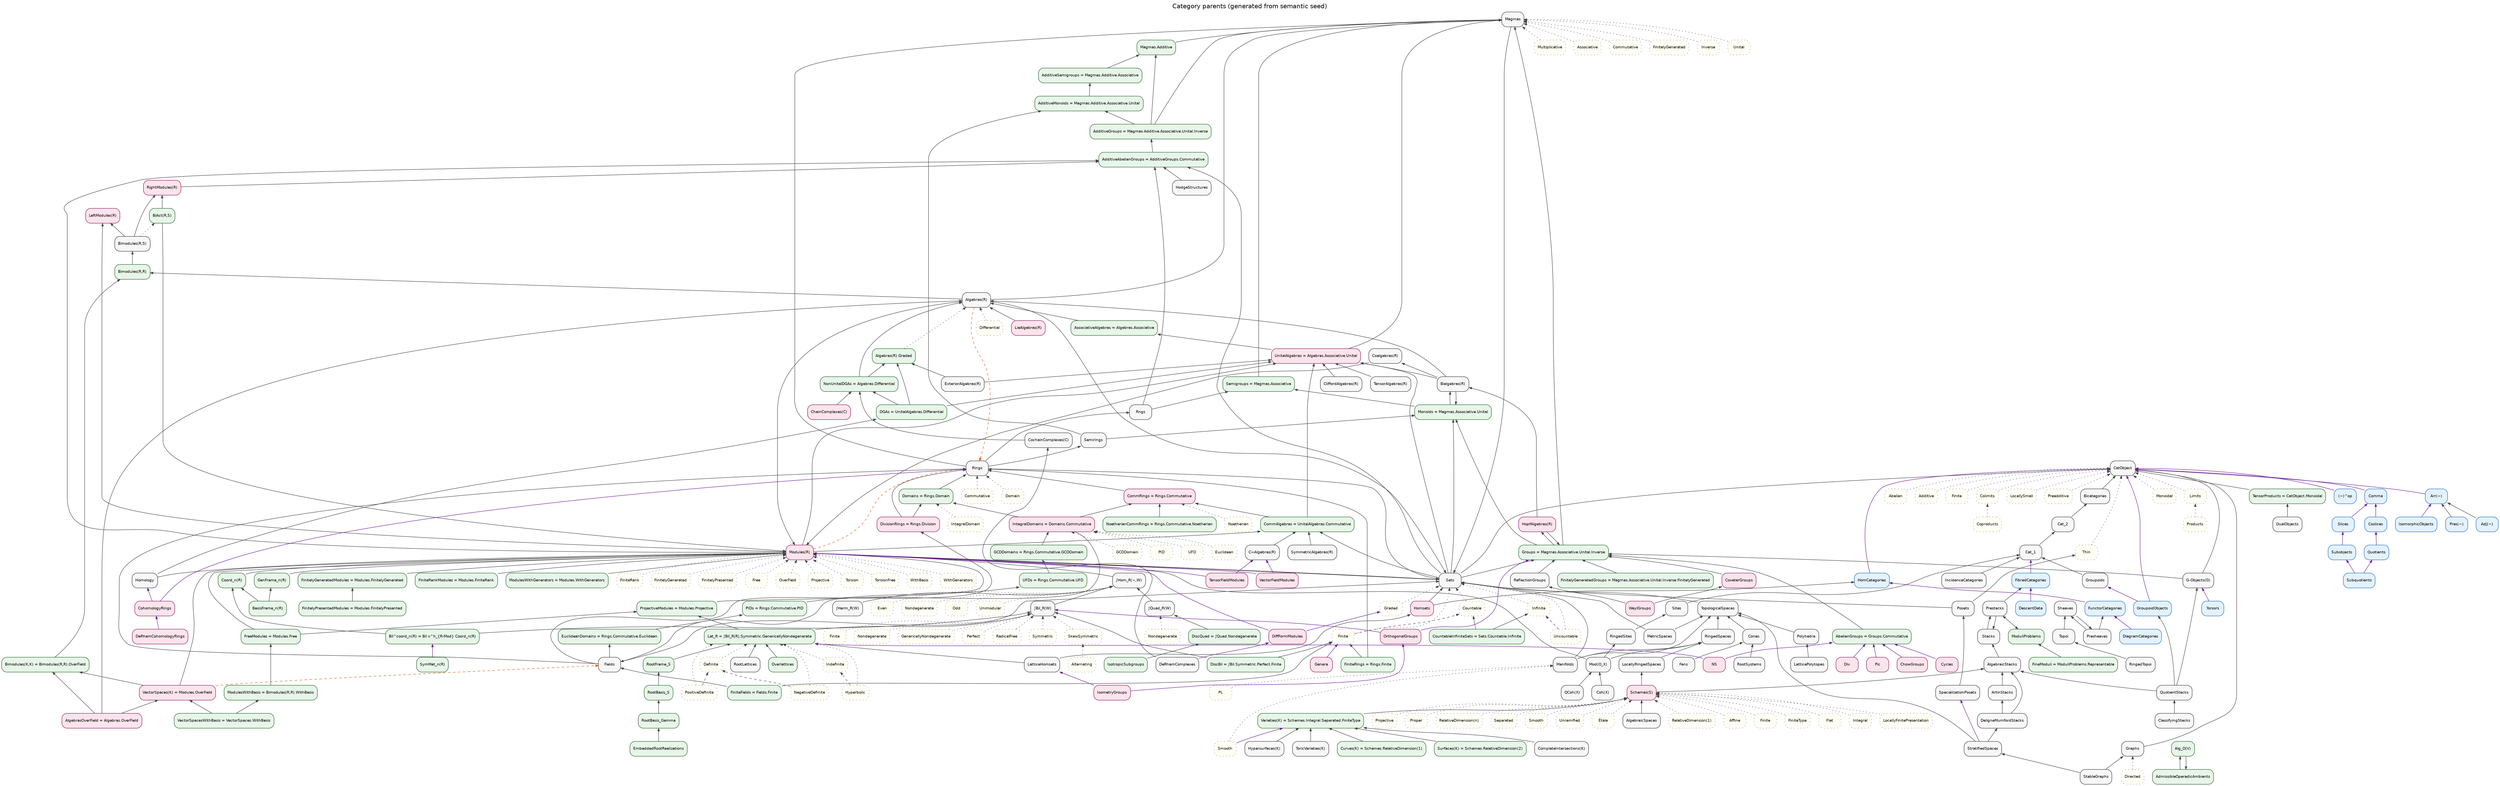
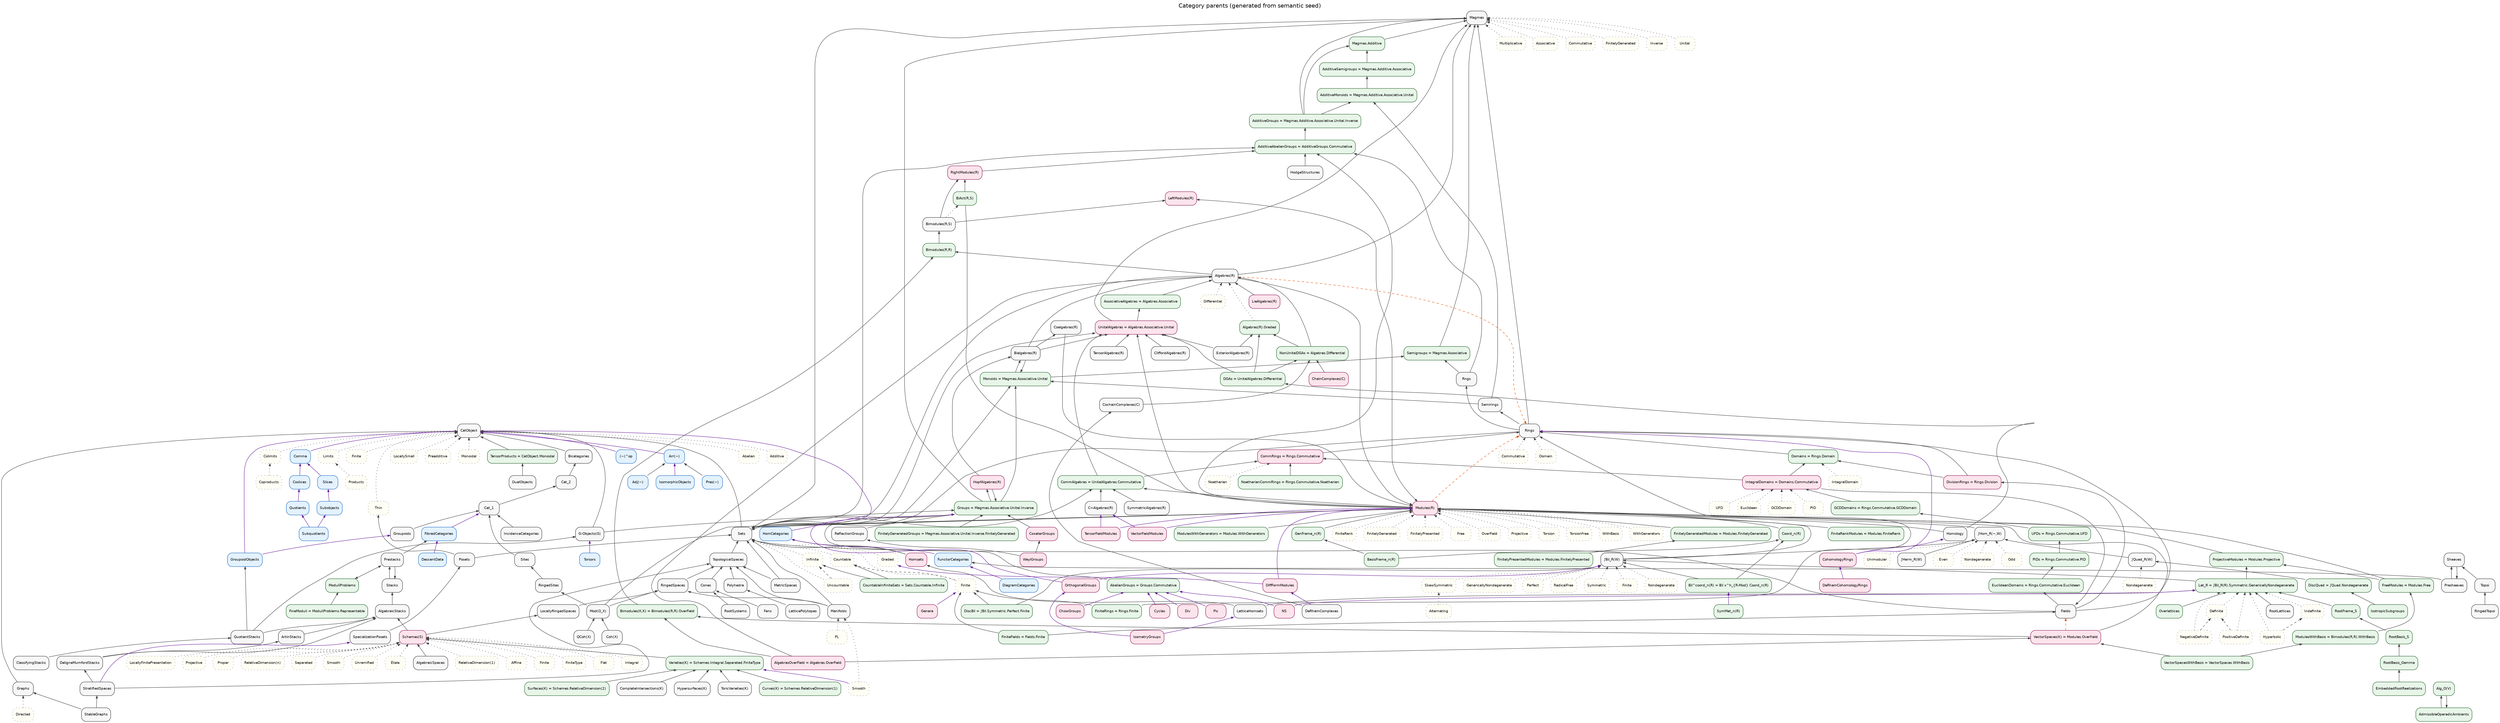
// GENERATED from semantic_seed/ — semantic presentation view.
// Authoritative: design/normalized_category_graph/semantic_seed/
// Factory/viz layout: category_parent_graph.dot (hand; see .hand.dot)

digraph CategoryParents {
  graph [
    rankdir=BT
    labelloc=t
    label="Category parents (generated from semantic seed)"
    fontsize=15
    fontname="Helvetica"
    nodesep=0.28
    ranksep=0.45
    splines=true
  ];
  node [
    shape=box
    style="rounded,filled"
    fontname="Helvetica"
    fontsize=9
    fillcolor="#f7f7f7"
    color="#333333"
  ];
  edge [color="#444444", arrowsize=0.65];

  // --- category_family ---
  AlgebraicSpaces [style="rounded,filled", fillcolor="#f7f7f7", color="#333333", id="cat.algebraicspaces", kind="category_family"];
  AlgebraicStacks [style="rounded,filled", fillcolor="#f7f7f7", color="#333333", id="cat.algebraicstacks", kind="category_family"];
  "Algebras(R)" [style="rounded,filled", fillcolor="#f7f7f7", color="#333333", id="cat.algebras_r", kind="category_family"];
  ArtinStacks [style="rounded,filled", fillcolor="#f7f7f7", color="#333333", id="cat.artinstacks", kind="category_family"];
  "Bialgebras(R)" [style="rounded,filled", fillcolor="#f7f7f7", color="#333333", id="cat.bialgebras_r", kind="category_family"];
  Bicategories [style="rounded,filled", fillcolor="#f7f7f7", color="#333333", id="cat.bicategories", kind="category_family"];
  "Bimodules(R,S)" [style="rounded,filled", fillcolor="#f7f7f7", color="#333333", id="cat.bimodules_r_s", kind="category_family"];
  CatObject [style="rounded,filled", fillcolor="#f7f7f7", color="#333333", id="cat.cat_object", kind="category_family"];
  Cat_1 [style="rounded,filled", fillcolor="#f7f7f7", color="#333333", id="cat.cat_1", kind="category_family"];
  Cat_2 [style="rounded,filled", fillcolor="#f7f7f7", color="#333333", id="cat.cat_2", kind="category_family"];
  "ChainComplexes(C)" [style="rounded,filled", fillcolor="#f7f7f7", color="#333333", id="cat.chaincomplexes", kind="category_family"];
  ClassifyingStacks [style="rounded,filled", fillcolor="#f7f7f7", color="#333333", id="cat.classifyingstacks", kind="category_family"];
  "CliffordAlgebras(R)" [style="rounded,filled", fillcolor="#f7f7f7", color="#333333", id="cat.cliffordalgebras", kind="category_family"];
  "Coalgebras(R)" [style="rounded,filled", fillcolor="#f7f7f7", color="#333333", id="cat.coalgebras_r", kind="category_family"];
  "CochainComplexes(C)" [style="rounded,filled", fillcolor="#f7f7f7", color="#333333", id="cat.cochaincomplexes", kind="category_family"];
  "Coh(X)" [style="rounded,filled", fillcolor="#f7f7f7", color="#333333", id="cat.coh", kind="category_family"];
  "CompleteIntersections(K)" [style="rounded,filled", fillcolor="#f7f7f7", color="#333333", id="cat.completeintersections", kind="category_family"];
  Cones [style="rounded,filled", fillcolor="#f7f7f7", color="#333333", id="cat.cones", kind="category_family"];
  CoxeterGroups [style="rounded,filled", fillcolor="#f7f7f7", color="#333333", id="cat.coxeter_groups", kind="category_family"];
  "C∞Algebras(R)" [style="rounded,filled", fillcolor="#f7f7f7", color="#333333", id="cat.cinftyalgebras", kind="category_family"];
  DeRhamComplexes [style="rounded,filled", fillcolor="#f7f7f7", color="#333333", id="cat.derhamcomplexes", kind="category_family"];
  DeligneMumfordStacks [style="rounded,filled", fillcolor="#f7f7f7", color="#333333", id="cat.delignemumfordstacks", kind="category_family"];
  DualObjects [style="rounded,filled", fillcolor="#f7f7f7", color="#333333", id="cat.dualobjects", kind="category_family"];
  "ExteriorAlgebras(R)" [style="rounded,filled", fillcolor="#f7f7f7", color="#333333", id="cat.exterioralgebras", kind="category_family"];
  Fans [style="rounded,filled", fillcolor="#f7f7f7", color="#333333", id="cat.fans", kind="category_family"];
  Fields [style="rounded,filled", fillcolor="#f7f7f7", color="#333333", id="cat.fields", kind="category_family"];
  "G-Objects(G)" [style="rounded,filled", fillcolor="#f7f7f7", color="#333333", id="cat.g_objects", kind="category_family"];
  Graphs [style="rounded,filled", fillcolor="#f7f7f7", color="#333333", id="cat.graphs", kind="category_family"];
  Groupoids [style="rounded,filled", fillcolor="#f7f7f7", color="#333333", id="cat.groupoids", kind="category_family"];
  HodgeStructures [style="rounded,filled", fillcolor="#f7f7f7", color="#333333", id="cat.hodgestructures", kind="category_family"];
  Homology [style="rounded,filled", fillcolor="#f7f7f7", color="#333333", id="cat.homology", kind="category_family"];
  Homsets [style="rounded,filled", fillcolor="#f7f7f7", color="#333333", id="cat.homsets", kind="category_family"];
  "HopfAlgebras(R)" [style="rounded,filled", fillcolor="#f7f7f7", color="#333333", id="cat.hopf_algebras_r", kind="category_family"];
  "Hypersurfaces(K)" [style="rounded,filled", fillcolor="#f7f7f7", color="#333333", id="cat.hypersurfaces", kind="category_family"];
  IncidenceCategories [style="rounded,filled", fillcolor="#f7f7f7", color="#333333", id="cat.incidencecategories", kind="category_family"];
  LatticeHomsets [style="rounded,filled", fillcolor="#f7f7f7", color="#333333", id="cat.latticehomsets", kind="category_family"];
  LatticePolytopes [style="rounded,filled", fillcolor="#f7f7f7", color="#333333", id="cat.latticepolytopes", kind="category_family"];
  "LieAlgebras(R)" [style="rounded,filled", fillcolor="#f7f7f7", color="#333333", id="cat.lie_algebras_r", kind="category_family"];
  LocallyRingedSpaces [style="rounded,filled", fillcolor="#f7f7f7", color="#333333", id="cat.locallyringedspaces", kind="category_family"];
  Magmas [style="rounded,filled", fillcolor="#f7f7f7", color="#333333", id="cat.magmas", kind="category_family"];
  Manifolds [style="rounded,filled", fillcolor="#f7f7f7", color="#333333", id="cat.manifolds", kind="category_family"];
  MetricSpaces [style="rounded,filled", fillcolor="#f7f7f7", color="#333333", id="cat.metricspaces", kind="category_family"];
  "Mod(O_X)" [style="rounded,filled", fillcolor="#f7f7f7", color="#333333", id="cat.mod", kind="category_family"];
  "Modules(R)" [style="rounded,filled", fillcolor="#f7f7f7", color="#333333", id="cat.modules_r", kind="category_family"];
  Polyhedra [style="rounded,filled", fillcolor="#f7f7f7", color="#333333", id="cat.polyhedra", kind="category_family"];
  Posets [style="rounded,filled", fillcolor="#f7f7f7", color="#333333", id="cat.posets", kind="category_family"];
  Presheaves [style="rounded,filled", fillcolor="#f7f7f7", color="#333333", id="cat.presheaves", kind="category_family"];
  Prestacks [style="rounded,filled", fillcolor="#f7f7f7", color="#333333", id="cat.prestacks", kind="category_family"];
  "QCoh(X)" [style="rounded,filled", fillcolor="#f7f7f7", color="#333333", id="cat.qcoh", kind="category_family"];
  QuotientStacks [style="rounded,filled", fillcolor="#f7f7f7", color="#333333", id="cat.quotientstacks", kind="category_family"];
  ReflectionGroups [style="rounded,filled", fillcolor="#f7f7f7", color="#333333", id="cat.reflectiongroups", kind="category_family"];
  RingedSites [style="rounded,filled", fillcolor="#f7f7f7", color="#333333", id="cat.ringedsites", kind="category_family"];
  RingedSpaces [style="rounded,filled", fillcolor="#f7f7f7", color="#333333", id="cat.ringedspaces", kind="category_family"];
  RingedTopoi [style="rounded,filled", fillcolor="#f7f7f7", color="#333333", id="cat.ringedtopoi", kind="category_family"];
  Rings [style="rounded,filled", fillcolor="#f7f7f7", color="#333333", id="cat.rings", kind="category_family"];
  Rngs [style="rounded,filled", fillcolor="#f7f7f7", color="#333333", id="cat.rngs", kind="category_family"];
  RootLattices [style="rounded,filled", fillcolor="#f7f7f7", color="#333333", id="cat.rootlattices", kind="category_family"];
  RootSystems [style="rounded,filled", fillcolor="#f7f7f7", color="#333333", id="cat.rootsystems", kind="category_family"];
  "Schemes(S)" [style="rounded,filled", fillcolor="#f7f7f7", color="#333333", id="cat.schemes_s", kind="category_family"];
  Semirings [style="rounded,filled", fillcolor="#f7f7f7", color="#333333", id="cat.semirings", kind="category_family"];
  Sets [style="rounded,filled", fillcolor="#f7f7f7", color="#333333", id="cat.sets", kind="category_family"];
  Sheaves [style="rounded,filled", fillcolor="#f7f7f7", color="#333333", id="cat.sheaves", kind="category_family"];
  Sites [style="rounded,filled", fillcolor="#f7f7f7", color="#333333", id="cat.sites", kind="category_family"];
  SpecializationPosets [style="rounded,filled", fillcolor="#f7f7f7", color="#333333", id="cat.specializationposets", kind="category_family"];
  StableGraphs [style="rounded,filled", fillcolor="#f7f7f7", color="#333333", id="cat.stablegraphs", kind="category_family"];
  Stacks [style="rounded,filled", fillcolor="#f7f7f7", color="#333333", id="cat.stacks", kind="category_family"];
  StratifiedSpaces [style="rounded,filled", fillcolor="#f7f7f7", color="#333333", id="cat.stratifiedspaces", kind="category_family"];
  "SymmetricAlgebras(R)" [style="rounded,filled", fillcolor="#f7f7f7", color="#333333", id="cat.symmetricalgebras", kind="category_family"];
  "TensorAlgebras(R)" [style="rounded,filled", fillcolor="#f7f7f7", color="#333333", id="cat.tensoralgebras", kind="category_family"];
  Topoi [style="rounded,filled", fillcolor="#f7f7f7", color="#333333", id="cat.topoi", kind="category_family"];
  TopologicalSpaces [style="rounded,filled", fillcolor="#f7f7f7", color="#333333", id="cat.topologicalspaces", kind="category_family"];
  "ToricVarieties(K)" [style="rounded,filled", fillcolor="#f7f7f7", color="#333333", id="cat.toricvarieties", kind="category_family"];
  WeylGroups [style="rounded,filled", fillcolor="#f7f7f7", color="#333333", id="cat.weyl_groups", kind="category_family"];
  "∫Bil_R(W)" [style="rounded,filled", fillcolor="#f7f7f7", color="#333333", id="cat.int_bil_r", kind="category_family"];
  "∫Herm_R(W)" [style="rounded,filled", fillcolor="#f7f7f7", color="#333333", id="cat.int_herm_r", kind="category_family"];
  "∫Hom_R(−,W)" [style="rounded,filled", fillcolor="#f7f7f7", color="#333333", id="cat.int_hom_r", kind="category_family"];
  "∫Quad_R(W)" [style="rounded,filled", fillcolor="#f7f7f7", color="#333333", id="cat.int_quad_r", kind="category_family"];

  // --- derived_category ---
  "AbelianGroups = Groups.Commutative" [style="rounded,filled", fillcolor="#e8f5e9", color="#1b5e20", id="cat.abelian_groups", kind="derived_category"];
  "AdditiveAbelianGroups = AdditiveGroups.Commutative" [style="rounded,filled", fillcolor="#e8f5e9", color="#1b5e20", id="cat.additive_abelian_groups", kind="derived_category"];
  "AdditiveGroups = Magmas.Additive.Associative.Unital.Inverse" [style="rounded,filled", fillcolor="#e8f5e9", color="#1b5e20", id="cat.additive_groups", kind="derived_category"];
  "AdditiveMonoids = Magmas.Additive.Associative.Unital" [style="rounded,filled", fillcolor="#e8f5e9", color="#1b5e20", id="cat.additive_monoids", kind="derived_category"];
  "AdditiveSemigroups = Magmas.Additive.Associative" [style="rounded,filled", fillcolor="#e8f5e9", color="#1b5e20", id="cat.additive_semigroups", kind="derived_category"];
  AdmissibleOperadicAmbients [style="rounded,filled", fillcolor="#e8f5e9", color="#1b5e20", id="cat.admissible_operadic_ambient", kind="derived_category"];
  "Alg_O(V)" [style="rounded,filled", fillcolor="#e8f5e9", color="#1b5e20", id="cat.alg_o_v", kind="derived_category"];
  "Algebras(R).Graded" [style="rounded,filled", fillcolor="#e8f5e9", color="#1b5e20", id="cat.algebras_r.graded", kind="derived_category"];
  "AlgebrasOverField = Algebras.OverField" [style="rounded,filled", fillcolor="#e8f5e9", color="#1b5e20", id="cat.algebras_over_field", kind="derived_category"];
  "AssociativeAlgebras = Algebras.Associative" [style="rounded,filled", fillcolor="#e8f5e9", color="#1b5e20", id="cat.associativealgebras", kind="derived_category"];
  "BasisFrame_n(R)" [style="rounded,filled", fillcolor="#e8f5e9", color="#1b5e20", id="cat.basisframe_n_r", kind="derived_category"];
  "BiAct(R,S)" [style="rounded,filled", fillcolor="#e8f5e9", color="#1b5e20", id="cat.biact_r_s", kind="derived_category"];
  "Bil^coord_n(R) = Bil x^h_{R-Mod} Coord_n(R)" [style="rounded,filled", fillcolor="#e8f5e9", color="#1b5e20", id="cat.bil_coord_n_r", kind="derived_category"];
  "Bimodules(K,K) = Bimodules(R,R).OverField" [style="rounded,filled", fillcolor="#e8f5e9", color="#1b5e20", id="cat.bimodules_k_k", kind="derived_category"];
  "Bimodules(R,R)" [style="rounded,filled", fillcolor="#e8f5e9", color="#1b5e20", id="cat.bimodules_r_r", kind="derived_category"];
  "CommAlgebras = UnitalAlgebras.Commutative" [style="rounded,filled", fillcolor="#e8f5e9", color="#1b5e20", id="cat.commutative_algebras", kind="derived_category"];
  "CommRings = Rings.Commutative" [style="rounded,filled", fillcolor="#e8f5e9", color="#1b5e20", id="cat.commutative_rings", kind="derived_category"];
  "Coord_n(R)" [style="rounded,filled", fillcolor="#e8f5e9", color="#1b5e20", id="cat.coord_n_r", kind="derived_category"];
  "CountableInfiniteSets = Sets.Countable.Infinite" [style="rounded,filled", fillcolor="#e8f5e9", color="#1b5e20", id="cat.countableinfinitesets", kind="derived_category"];
  "Curves(K) = Schemes.RelativeDimension(1)" [style="rounded,filled", fillcolor="#e8f5e9", color="#1b5e20", id="cat.curves", kind="derived_category"];
  "DGAs = UnitalAlgebras.Differential" [style="rounded,filled", fillcolor="#e8f5e9", color="#1b5e20", id="cat.dgas", kind="derived_category"];
  "DiscBil = ∫Bil.Symmetric.Perfect.Finite" [style="rounded,filled", fillcolor="#e8f5e9", color="#1b5e20", id="cat.discbil", kind="derived_category"];
  "DiscQuad = ∫Quad.Nondegenerate" [style="rounded,filled", fillcolor="#e8f5e9", color="#1b5e20", id="cat.discquad", kind="derived_category"];
  "DivisionRings = Rings.Division" [style="rounded,filled", fillcolor="#e8f5e9", color="#1b5e20", id="cat.division_rings", kind="derived_category"];
  "Domains = Rings.Domain" [style="rounded,filled", fillcolor="#e8f5e9", color="#1b5e20", id="cat.domains", kind="derived_category"];
  EmbeddedRootRealizations [style="rounded,filled", fillcolor="#e8f5e9", color="#1b5e20", id="cat.embeddedrootrealization", kind="derived_category"];
  "EuclideanDomains = Rings.Commutative.Euclidean" [style="rounded,filled", fillcolor="#e8f5e9", color="#1b5e20", id="cat.euclidean_domains", kind="derived_category"];
  "FineModuli = ModuliProblems.Representable" [style="rounded,filled", fillcolor="#e8f5e9", color="#1b5e20", id="cat.fine_moduli", kind="derived_category"];
  "FiniteFields = Fields.Finite" [style="rounded,filled", fillcolor="#e8f5e9", color="#1b5e20", id="cat.finite_fields", kind="derived_category"];
  "FiniteRankModules = Modules.FiniteRank" [style="rounded,filled", fillcolor="#e8f5e9", color="#1b5e20", id="cat.finiterankmodules", kind="derived_category"];
  "FiniteRings = Rings.Finite" [style="rounded,filled", fillcolor="#e8f5e9", color="#1b5e20", id="cat.finite_rings", kind="derived_category"];
  "FinitelyGeneratedGroups = Magmas.Associative.Unital.Inverse.FinitelyGenerated" [style="rounded,filled", fillcolor="#e8f5e9", color="#1b5e20", id="cat.finitelygeneratedgroups", kind="derived_category"];
  "FinitelyGeneratedModules = Modules.FinitelyGenerated" [style="rounded,filled", fillcolor="#e8f5e9", color="#1b5e20", id="cat.finitelygeneratedmodules", kind="derived_category"];
  "FinitelyPresentedModules = Modules.FinitelyPresented" [style="rounded,filled", fillcolor="#e8f5e9", color="#1b5e20", id="cat.finitelypresentedmodules", kind="derived_category"];
  "FreeModules = Modules.Free" [style="rounded,filled", fillcolor="#e8f5e9", color="#1b5e20", id="cat.freemodules", kind="derived_category"];
  "GCDDomains = Rings.Commutative.GCDDomain" [style="rounded,filled", fillcolor="#e8f5e9", color="#1b5e20", id="cat.gcd_domains", kind="derived_category"];
  "GenFrame_n(R)" [style="rounded,filled", fillcolor="#e8f5e9", color="#1b5e20", id="cat.genframe_n_r", kind="derived_category"];
  "Groups = Magmas.Associative.Unital.Inverse" [style="rounded,filled", fillcolor="#e8f5e9", color="#1b5e20", id="cat.groups", kind="derived_category"];
  "IntegralDomains = Domains.Commutative" [style="rounded,filled", fillcolor="#e8f5e9", color="#1b5e20", id="cat.integral_domains", kind="derived_category"];
  IsotropicSubgroups [style="rounded,filled", fillcolor="#e8f5e9", color="#1b5e20", id="cat.isotropic_subgroups", kind="derived_category"];
  "Lat_R = ∫Bil_R(R).Symmetric.GenericallyNondegenerate" [style="rounded,filled", fillcolor="#e8f5e9", color="#1b5e20", id="cat.lat_r", kind="derived_category"];
  "Magmas.Additive" [style="rounded,filled", fillcolor="#e8f5e9", color="#1b5e20", id="cat.additive_magmas", kind="derived_category"];
  "ModulesWithBasis = Bimodules(R,R).WithBasis" [style="rounded,filled", fillcolor="#e8f5e9", color="#1b5e20", id="cat.modules_with_basis", kind="derived_category"];
  "ModulesWithGenerators = Modules.WithGenerators" [style="rounded,filled", fillcolor="#e8f5e9", color="#1b5e20", id="cat.moduleswithgenerators", kind="derived_category"];
  ModuliProblems [style="rounded,filled", fillcolor="#e8f5e9", color="#1b5e20", id="cat.moduli_problems", kind="derived_category"];
  "Monoids = Magmas.Associative.Unital" [style="rounded,filled", fillcolor="#e8f5e9", color="#1b5e20", id="cat.monoids", kind="derived_category"];
  "NoetherianCommRings = Rings.Commutative.Noetherian" [style="rounded,filled", fillcolor="#e8f5e9", color="#1b5e20", id="cat.noetheriancommrings", kind="derived_category"];
  "NonUnitalDGAs = Algebras.Differential" [style="rounded,filled", fillcolor="#e8f5e9", color="#1b5e20", id="cat.nonunitaldgas", kind="derived_category"];
  Overlattices [style="rounded,filled", fillcolor="#e8f5e9", color="#1b5e20", id="cat.overlattices_l", kind="derived_category"];
  "PIDs = Rings.Commutative.PID" [style="rounded,filled", fillcolor="#e8f5e9", color="#1b5e20", id="cat.pids", kind="derived_category"];
  "ProjectiveModules = Modules.Projective" [style="rounded,filled", fillcolor="#e8f5e9", color="#1b5e20", id="cat.projectivemodules", kind="derived_category"];
  "RightModules(R)" [style="rounded,filled", fillcolor="#e8f5e9", color="#1b5e20", id="cat.right_modules_r", kind="derived_category"];
  RootBasis_Gamma [style="rounded,filled", fillcolor="#e8f5e9", color="#1b5e20", id="cat.rootbasis_gamma", kind="derived_category"];
  RootBasis_S [style="rounded,filled", fillcolor="#e8f5e9", color="#1b5e20", id="cat.rootbasis_s", kind="derived_category"];
  RootFrame_S [style="rounded,filled", fillcolor="#e8f5e9", color="#1b5e20", id="cat.rootframe_s", kind="derived_category"];
  "Semigroups = Magmas.Associative" [style="rounded,filled", fillcolor="#e8f5e9", color="#1b5e20", id="cat.semigroups", kind="derived_category"];
  "Surfaces(K) = Schemes.RelativeDimension(2)" [style="rounded,filled", fillcolor="#e8f5e9", color="#1b5e20", id="cat.surfaces", kind="derived_category"];
  "SymMat_n(R)" [style="rounded,filled", fillcolor="#e8f5e9", color="#1b5e20", id="cat.symmat_n_r", kind="derived_category"];
  "TensorProducts = CatObject.Monoidal" [style="rounded,filled", fillcolor="#e8f5e9", color="#1b5e20", id="cat.tensorproducts", kind="derived_category"];
  "UFDs = Rings.Commutative.UFD" [style="rounded,filled", fillcolor="#e8f5e9", color="#1b5e20", id="cat.ufds", kind="derived_category"];
  "UnitalAlgebras = Algebras.Associative.Unital" [style="rounded,filled", fillcolor="#e8f5e9", color="#1b5e20", id="cat.unital_algebras", kind="derived_category"];
  "Varieties(K) = Schemes.Integral.Separated.FiniteType" [style="rounded,filled", fillcolor="#e8f5e9", color="#1b5e20", id="cat.varieties", kind="derived_category"];
  "VectorSpaces(K) = Modules.OverField" [style="rounded,filled", fillcolor="#e8f5e9", color="#1b5e20", id="cat.vector_spaces_k", kind="derived_category"];
  "VectorSpacesWithBasis = VectorSpaces.WithBasis" [style="rounded,filled", fillcolor="#e8f5e9", color="#1b5e20", id="cat.vectorspaceswithbasis", kind="derived_category"];

  // --- category_constructor ---
  "(−)^op" [style="rounded,filled", fillcolor="#e3f2fd", color="#1565c0", id="ctor.op", kind="category_constructor"];
  "Adj(−)" [style="rounded,filled", fillcolor="#e3f2fd", color="#1565c0", id="ctor.adj", kind="category_constructor"];
  "Arr(−)" [style="rounded,filled", fillcolor="#e3f2fd", color="#1565c0", id="ctor.arr", kind="category_constructor"];
  Comma [style="rounded,filled", fillcolor="#e3f2fd", color="#1565c0", id="ctor.comma", kind="category_constructor"];
  Coslices [style="rounded,filled", fillcolor="#e3f2fd", color="#1565c0", id="ctor.coslices", kind="category_constructor"];
  DescentData [style="rounded,filled", fillcolor="#e3f2fd", color="#1565c0", id="ctor.descentdata", kind="category_constructor"];
  DiagramCategories [style="rounded,filled", fillcolor="#e3f2fd", color="#1565c0", id="ctor.diagramcategories", kind="category_constructor"];
  FibredCategories [style="rounded,filled", fillcolor="#e3f2fd", color="#1565c0", id="ctor.fibredcategories", kind="category_constructor"];
  FunctorCategories [style="rounded,filled", fillcolor="#e3f2fd", color="#1565c0", id="ctor.functorcategories", kind="category_constructor"];
  GroupoidObjects [style="rounded,filled", fillcolor="#e3f2fd", color="#1565c0", id="ctor.groupoidobjects", kind="category_constructor"];
  HomCategories [style="rounded,filled", fillcolor="#e3f2fd", color="#1565c0", id="ctor.homcategories", kind="category_constructor"];
  IsomorphicObjects [style="rounded,filled", fillcolor="#e3f2fd", color="#1565c0", id="ctor.isomorphicobjects", kind="category_constructor"];
  "Pres(−)" [style="rounded,filled", fillcolor="#e3f2fd", color="#1565c0", id="ctor.pres", kind="category_constructor"];
  Quotients [style="rounded,filled", fillcolor="#e3f2fd", color="#1565c0", id="ctor.quotients", kind="category_constructor"];
  Slices [style="rounded,filled", fillcolor="#e3f2fd", color="#1565c0", id="ctor.slices", kind="category_constructor"];
  Subobjects [style="rounded,filled", fillcolor="#e3f2fd", color="#1565c0", id="ctor.subobjects", kind="category_constructor"];
  Subquotients [style="rounded,filled", fillcolor="#e3f2fd", color="#1565c0", id="ctor.subquotients", kind="category_constructor"];
  Torsors [style="rounded,filled", fillcolor="#e3f2fd", color="#1565c0", id="ctor.torsors", kind="category_constructor"];

  // --- classifier_domain ---
  "CatObject.Abelian" [style="rounded,filled,dotted", fillcolor="#fffef5", color="#888888", id="clf.catobject_abelian", kind="classifier_domain", label="Abelian"];
  "CatObject.Additive" [style="rounded,filled,dotted", fillcolor="#fffef5", color="#888888", id="clf.catobject_additive", kind="classifier_domain", label="Additive"];
  "CatObject.Colimits" [style="rounded,filled,dotted", fillcolor="#fffef5", color="#888888", id="clf.catobject_colimits", kind="classifier_domain", label="Colimits"];
  "CatObject.Coproducts" [style="rounded,filled,dotted", fillcolor="#fffef5", color="#888888", id="clf.catobject_coproducts", kind="classifier_domain", label="Coproducts"];
  "CatObject.Finite" [style="rounded,filled,dotted", fillcolor="#fffef5", color="#888888", id="clf.catobject_finite", kind="classifier_domain", label="Finite"];
  "CatObject.Limits" [style="rounded,filled,dotted", fillcolor="#fffef5", color="#888888", id="clf.catobject_limits", kind="classifier_domain", label="Limits"];
  "CatObject.LocallySmall" [style="rounded,filled,dotted", fillcolor="#fffef5", color="#888888", id="clf.catobject_locallysmall", kind="classifier_domain", label="LocallySmall"];
  "CatObject.Preadditive" [style="rounded,filled,dotted", fillcolor="#fffef5", color="#888888", id="clf.catobject_preadditive", kind="classifier_domain", label="Preadditive"];
  "CatObject.Products" [style="rounded,filled,dotted", fillcolor="#fffef5", color="#888888", id="clf.catobject_products", kind="classifier_domain", label="Products"];
  "CatObject.Thin" [style="rounded,filled,dotted", fillcolor="#fffef5", color="#888888", id="clf.catobject_thin", kind="classifier_domain", label="Thin"];
  "Graphs.Directed" [style="rounded,filled,dotted", fillcolor="#fffef5", color="#888888", id="clf.graphs_directed", kind="classifier_domain", label="Directed"];
  "Lat.Definite" [style="rounded,filled,dotted", fillcolor="#fffef5", color="#888888", id="clf.lat_definite", kind="classifier_domain", label="Definite"];
  "Lat.Hyperbolic" [style="rounded,filled,dotted", fillcolor="#fffef5", color="#888888", id="clf.lat_hyperbolic", kind="classifier_domain", label="Hyperbolic"];
  "Lat.Indefinite" [style="rounded,filled,dotted", fillcolor="#fffef5", color="#888888", id="clf.lat_indefinite", kind="classifier_domain", label="Indefinite"];
  "Lat.NegativeDefinite" [style="rounded,filled,dotted", fillcolor="#fffef5", color="#888888", id="clf.lat_negativedefinite", kind="classifier_domain", label="NegativeDefinite"];
  "Lat.PositiveDefinite" [style="rounded,filled,dotted", fillcolor="#fffef5", color="#888888", id="clf.lat_positivedefinite", kind="classifier_domain", label="PositiveDefinite"];
  "Magmas.Multiplicative" [style="rounded,filled,dotted", fillcolor="#fffef5", color="#888888", id="clf.magmas_multiplicative", kind="classifier_domain", label="Multiplicative"];
  "Manifolds.PL" [style="rounded,filled,dotted", fillcolor="#fffef5", color="#888888", id="clf.manifolds_pl", kind="classifier_domain", label="PL"];
  "Manifolds.Smooth" [style="rounded,filled,dotted", fillcolor="#fffef5", color="#888888", id="clf.manifolds_smooth", kind="classifier_domain", label="Smooth"];
  "Modules.FiniteRank" [style="rounded,filled,dotted", fillcolor="#fffef5", color="#888888", id="clf.modules_finiterank", kind="classifier_domain", label="FiniteRank"];
  "Modules.FinitelyGenerated" [style="rounded,filled,dotted", fillcolor="#fffef5", color="#888888", id="clf.modules_finitelygenerated", kind="classifier_domain", label="FinitelyGenerated"];
  "Modules.FinitelyPresented" [style="rounded,filled,dotted", fillcolor="#fffef5", color="#888888", id="clf.modules_finitelypresented", kind="classifier_domain", label="FinitelyPresented"];
  "Modules.Free" [style="rounded,filled,dotted", fillcolor="#fffef5", color="#888888", id="clf.modules_free", kind="classifier_domain", label="Free"];
  "Modules.OverField" [style="rounded,filled,dotted", fillcolor="#fffef5", color="#888888", id="clf.modules.over_field.domain", kind="classifier_domain", label="OverField"];
  "Modules.Projective" [style="rounded,filled,dotted", fillcolor="#fffef5", color="#888888", id="clf.modules_projective", kind="classifier_domain", label="Projective"];
  "Modules.Torsion" [style="rounded,filled,dotted", fillcolor="#fffef5", color="#888888", id="clf.modules_torsion", kind="classifier_domain", label="Torsion"];
  "Modules.TorsionFree" [style="rounded,filled,dotted", fillcolor="#fffef5", color="#888888", id="clf.modules_torsionfree", kind="classifier_domain", label="TorsionFree"];
  "Modules.WithBasis" [style="rounded,filled,dotted", fillcolor="#fffef5", color="#888888", id="clf.modules.with_basis.domain", kind="classifier_domain", label="WithBasis"];
  "Modules.WithGenerators" [style="rounded,filled,dotted", fillcolor="#fffef5", color="#888888", id="clf.modules_withgenerators", kind="classifier_domain", label="WithGenerators"];
  "Rings.Commutative" [style="rounded,filled,dotted", fillcolor="#fffef5", color="#888888", id="clf.rings.commutative.domain", kind="classifier_domain", label="Commutative"];
  "Schemes(S).RelativeDimension(1)" [style="rounded,filled,dotted", fillcolor="#fffef5", color="#888888", id="clf.schemes_s.relativedimension.domain", kind="classifier_domain", label="RelativeDimension(1)"];
  "Schemes.Affine" [style="rounded,filled,dotted", fillcolor="#fffef5", color="#888888", id="clf.schemes_affine", kind="classifier_domain", label="Affine"];
  "Schemes.Finite" [style="rounded,filled,dotted", fillcolor="#fffef5", color="#888888", id="clf.schemes_finite", kind="classifier_domain", label="Finite"];
  "Schemes.FiniteType" [style="rounded,filled,dotted", fillcolor="#fffef5", color="#888888", id="clf.schemes_finitetype", kind="classifier_domain", label="FiniteType"];
  "Schemes.Flat" [style="rounded,filled,dotted", fillcolor="#fffef5", color="#888888", id="clf.schemes_flat", kind="classifier_domain", label="Flat"];
  "Schemes.Integral" [style="rounded,filled,dotted", fillcolor="#fffef5", color="#888888", id="clf.schemes_integral", kind="classifier_domain", label="Integral"];
  "Schemes.LocallyFinitePresentation" [style="rounded,filled,dotted", fillcolor="#fffef5", color="#888888", id="clf.schemes_locallyfinitepresentation", kind="classifier_domain", label="LocallyFinitePresentation"];
  "Schemes.Projective" [style="rounded,filled,dotted", fillcolor="#fffef5", color="#888888", id="clf.schemes_projective", kind="classifier_domain", label="Projective"];
  "Schemes.Proper" [style="rounded,filled,dotted", fillcolor="#fffef5", color="#888888", id="clf.schemes_proper", kind="classifier_domain", label="Proper"];
  "Schemes.RelativeDimension(n)" [style="rounded,filled,dotted", fillcolor="#fffef5", color="#888888", id="clf.schemes_relativedimension", kind="classifier_domain", label="RelativeDimension(n)"];
  "Schemes.Separated" [style="rounded,filled,dotted", fillcolor="#fffef5", color="#888888", id="clf.schemes_separated", kind="classifier_domain", label="Separated"];
  "Schemes.Smooth" [style="rounded,filled,dotted", fillcolor="#fffef5", color="#888888", id="clf.schemes_smooth", kind="classifier_domain", label="Smooth"];
  "Schemes.Unramified" [style="rounded,filled,dotted", fillcolor="#fffef5", color="#888888", id="clf.schemes_unramified", kind="classifier_domain", label="Unramified"];
  "Schemes.Étale" [style="rounded,filled,dotted", fillcolor="#fffef5", color="#888888", id="clf.schemes_etale", kind="classifier_domain", label="Étale"];
  "Sets.Countable" [style="rounded,filled,dotted", fillcolor="#fffef5", color="#888888", id="clf.sets_countable", kind="classifier_domain", label="Countable"];
  "Sets.Finite" [style="rounded,filled,dotted", fillcolor="#fffef5", color="#888888", id="clf.sets.finite.domain", kind="classifier_domain", label="Finite"];
  "Sets.Graded" [style="rounded,filled,dotted", fillcolor="#fffef5", color="#888888", id="clf.sets.graded.domain", kind="classifier_domain", label="Graded"];
  "Sets.Infinite" [style="rounded,filled,dotted", fillcolor="#fffef5", color="#888888", id="clf.sets_infinite", kind="classifier_domain", label="Infinite"];
  "Sets.Uncountable" [style="rounded,filled,dotted", fillcolor="#fffef5", color="#888888", id="clf.sets_uncountable", kind="classifier_domain", label="Uncountable"];
  "ax.Associative" [style="rounded,filled,dotted", fillcolor="#fffef5", color="#888888", id="clf.ax_associative", kind="classifier_domain", label="Associative"];
  "ax.Commutative" [style="rounded,filled,dotted", fillcolor="#fffef5", color="#888888", id="clf.ax_commutative", kind="classifier_domain", label="Commutative"];
  "ax.Differential" [style="rounded,filled,dotted", fillcolor="#fffef5", color="#888888", id="clf.ax_differential", kind="classifier_domain", label="Differential"];
  "ax.Domain" [style="rounded,filled,dotted", fillcolor="#fffef5", color="#888888", id="clf.ax_domain", kind="classifier_domain", label="Domain"];
  "ax.Euclidean" [style="rounded,filled,dotted", fillcolor="#fffef5", color="#888888", id="clf.ax_euclidean", kind="classifier_domain", label="Euclidean"];
  "ax.FinitelyGenerated" [style="rounded,filled,dotted", fillcolor="#fffef5", color="#888888", id="clf.ax_finitelygenerated", kind="classifier_domain", label="FinitelyGenerated"];
  "ax.GCDDomain" [style="rounded,filled,dotted", fillcolor="#fffef5", color="#888888", id="clf.ax_gcddomain", kind="classifier_domain", label="GCDDomain"];
  "ax.IntegralDomain" [style="rounded,filled,dotted", fillcolor="#fffef5", color="#888888", id="clf.ax_integraldomain", kind="classifier_domain", label="IntegralDomain"];
  "ax.Inverse" [style="rounded,filled,dotted", fillcolor="#fffef5", color="#888888", id="clf.ax_inverse", kind="classifier_domain", label="Inverse"];
  "ax.Monoidal" [style="rounded,filled,dotted", fillcolor="#fffef5", color="#888888", id="clf.ax_monoidal", kind="classifier_domain", label="Monoidal"];
  "ax.Noetherian" [style="rounded,filled,dotted", fillcolor="#fffef5", color="#888888", id="clf.ax_noetherian", kind="classifier_domain", label="Noetherian"];
  "ax.PID" [style="rounded,filled,dotted", fillcolor="#fffef5", color="#888888", id="clf.ax_pid", kind="classifier_domain", label="PID"];
  "ax.UFD" [style="rounded,filled,dotted", fillcolor="#fffef5", color="#888888", id="clf.ax_ufd", kind="classifier_domain", label="UFD"];
  "ax.Unital" [style="rounded,filled,dotted", fillcolor="#fffef5", color="#888888", id="clf.ax_unital", kind="classifier_domain", label="Unital"];
  "∫Bil.Alternating" [style="rounded,filled,dotted", fillcolor="#fffef5", color="#888888", id="clf.int_bil_alternating", kind="classifier_domain", label="Alternating"];
  "∫Bil.GenericallyNondegenerate" [style="rounded,filled,dotted", fillcolor="#fffef5", color="#888888", id="clf.int_bil_r.generically_nondegenerate.domain", kind="classifier_domain", label="GenericallyNondegenerate"];
  "∫Bil.Perfect" [style="rounded,filled,dotted", fillcolor="#fffef5", color="#888888", id="clf.int_bil_r.perfect.domain", kind="classifier_domain", label="Perfect"];
  "∫Bil.RadicalFree" [style="rounded,filled,dotted", fillcolor="#fffef5", color="#888888", id="clf.int_bil_r.radical_free.domain", kind="classifier_domain", label="RadicalFree"];
  "∫Bil.SkewSymmetric" [style="rounded,filled,dotted", fillcolor="#fffef5", color="#888888", id="clf.int_bil_skewsymmetric", kind="classifier_domain", label="SkewSymmetric"];
  "∫Bil.Symmetric" [style="rounded,filled,dotted", fillcolor="#fffef5", color="#888888", id="clf.int_bil_symmetric", kind="classifier_domain", label="Symmetric"];
  "∫Bil_R(W).Finite" [style="rounded,filled,dotted", fillcolor="#fffef5", color="#888888", id="clf.int_bil_r.finite.domain", kind="classifier_domain", label="Finite"];
  "∫Bil_R(W).Nondegenerate" [style="rounded,filled,dotted", fillcolor="#fffef5", color="#888888", id="clf.int_bil_r.nondegenerate.domain", kind="classifier_domain", label="Nondegenerate"];
  "∫Hom.Even" [style="rounded,filled,dotted", fillcolor="#fffef5", color="#888888", id="clf.int_hom_even", kind="classifier_domain", label="Even"];
  "∫Hom.Nondegenerate" [style="rounded,filled,dotted", fillcolor="#fffef5", color="#888888", id="clf.int_hom_nondegenerate", kind="classifier_domain", label="Nondegenerate"];
  "∫Hom.Odd" [style="rounded,filled,dotted", fillcolor="#fffef5", color="#888888", id="clf.int_hom_odd", kind="classifier_domain", label="Odd"];
  "∫Hom.Unimodular" [style="rounded,filled,dotted", fillcolor="#fffef5", color="#888888", id="clf.int_hom_unimodular", kind="classifier_domain", label="Unimodular"];
  "∫Quad_R(W).Nondegenerate" [style="rounded,filled,dotted", fillcolor="#fffef5", color="#888888", id="clf.int_quad_r.nondegenerate.domain", kind="classifier_domain", label="Nondegenerate"];

  // --- alias ---
  "AlgebrasOverField = Algebras.OverField" [style="rounded,filled", fillcolor="#fce4ec", color="#880e4f", id="cat.associativeunitalalgebras_k", kind="alias"];
  "ChainComplexes(C)" [style="rounded,filled", fillcolor="#fce4ec", color="#880e4f", id="cat.chaincomplexes_c", kind="alias"];
  ChowGroups [style="rounded,filled", fillcolor="#fce4ec", color="#880e4f", id="val.chowgroups", kind="alias"];
  CohomologyRings [style="rounded,filled", fillcolor="#fce4ec", color="#880e4f", id="val.cohomologyrings", kind="alias"];
  "CommRings = Rings.Commutative" [style="rounded,filled", fillcolor="#fce4ec", color="#880e4f", id="cat.commutativerings", kind="alias"];
  CoxeterGroups [style="rounded,filled", fillcolor="#fce4ec", color="#880e4f", id="cat.coxetergroups", kind="alias"];
  Cycles [style="rounded,filled", fillcolor="#fce4ec", color="#880e4f", id="val.cycles", kind="alias"];
  DeRhamCohomologyRings [style="rounded,filled", fillcolor="#fce4ec", color="#880e4f", id="val.derhamcohomologyrings", kind="alias"];
  DiffFormModules [style="rounded,filled", fillcolor="#fce4ec", color="#880e4f", id="val.diffformmodules", kind="alias"];
  Div [style="rounded,filled", fillcolor="#fce4ec", color="#880e4f", id="val.div", kind="alias"];
  "DivisionRings = Rings.Division" [style="rounded,filled", fillcolor="#fce4ec", color="#880e4f", id="cat.divisionrings", kind="alias"];
  Genera [style="rounded,filled", fillcolor="#fce4ec", color="#880e4f", id="val.genera", kind="alias"];
  Homsets [style="rounded,filled", fillcolor="#fce4ec", color="#880e4f", id="cat.homsets_c", kind="alias"];
  "HopfAlgebras(R)" [style="rounded,filled", fillcolor="#fce4ec", color="#880e4f", id="cat.hopfalgebras_r", kind="alias"];
  "IntegralDomains = Domains.Commutative" [style="rounded,filled", fillcolor="#fce4ec", color="#880e4f", id="cat.integraldomains", kind="alias"];
  IsometryGroups [style="rounded,filled", fillcolor="#fce4ec", color="#880e4f", id="val.isometrygroups", kind="alias"];
  "LeftModules(R)" [style="rounded,filled", fillcolor="#fce4ec", color="#880e4f", id="cat.left_modules_r", kind="alias"];
  "LieAlgebras(R)" [style="rounded,filled", fillcolor="#fce4ec", color="#880e4f", id="cat.liealgebras_r", kind="alias"];
  "Modules(R)" [style="rounded,filled", fillcolor="#fce4ec", color="#880e4f", id="cat.modules_a", kind="alias"];
  NS [style="rounded,filled", fillcolor="#fce4ec", color="#880e4f", id="val.ns", kind="alias"];
  OrthogonalGroups [style="rounded,filled", fillcolor="#fce4ec", color="#880e4f", id="val.orthogonal_groups", kind="alias"];
  Pic [style="rounded,filled", fillcolor="#fce4ec", color="#880e4f", id="val.pic", kind="alias"];
  "RightModules(R)" [style="rounded,filled", fillcolor="#fce4ec", color="#880e4f", id="cat.modules_rop", kind="alias"];
  "Schemes(S)" [style="rounded,filled", fillcolor="#fce4ec", color="#880e4f", id="cat.schemes_k", kind="alias"];
  TensorFieldModules [style="rounded,filled", fillcolor="#fce4ec", color="#880e4f", id="val.tensorfieldmodules", kind="alias"];
  "UnitalAlgebras = Algebras.Associative.Unital" [style="rounded,filled", fillcolor="#fce4ec", color="#880e4f", id="cat.associativeunitalalgebras_r", kind="alias"];
  VectorFieldModules [style="rounded,filled", fillcolor="#fce4ec", color="#880e4f", id="val.vectorfieldmodules", kind="alias"];
  "VectorSpaces(K) = Modules.OverField" [style="rounded,filled", fillcolor="#fce4ec", color="#880e4f", id="cat.modules_k", kind="alias"];
  WeylGroups [style="rounded,filled", fillcolor="#fce4ec", color="#880e4f", id="cat.weylgroups", kind="alias"];

  // --- preferred arrows ---
  "LeftModules(R)" -> "Modules(R)" [dir=both, kind="equivalence", id="arr.alias.left_modules"];
  "Algebras(R).Graded" -> "Algebras(R)" [style=dotted, kind="classifier_leg", id="arr.clf.algebras_r.graded"];
  "ax.Associative" -> Magmas [style=dotted, kind="classifier_leg", id="arr.clf.ax_associative"];
  "ax.Commutative" -> Magmas [style=dotted, kind="classifier_leg", id="arr.clf.ax_commutative"];
  "ax.Differential" -> "Algebras(R)" [style=dotted, kind="classifier_leg", id="arr.clf.ax_differential"];
  "ax.Domain" -> Rings [style=dotted, kind="classifier_leg", id="arr.clf.ax_domain"];
  "ax.Euclidean" -> "IntegralDomains = Domains.Commutative" [style=dotted, kind="classifier_leg", id="arr.clf.ax_euclidean"];
  "ax.FinitelyGenerated" -> Magmas [style=dotted, kind="classifier_leg", id="arr.clf.ax_finitelygenerated"];
  "ax.GCDDomain" -> "IntegralDomains = Domains.Commutative" [style=dotted, kind="classifier_leg", id="arr.clf.ax_gcddomain"];
  "ax.IntegralDomain" -> "Domains = Rings.Domain" [style=dotted, kind="classifier_leg", id="arr.clf.ax_integraldomain"];
  "ax.Inverse" -> Magmas [style=dotted, kind="classifier_leg", id="arr.clf.ax_inverse"];
  "ax.Monoidal" -> CatObject [style=dotted, kind="classifier_leg", id="arr.clf.ax_monoidal"];
  "ax.Noetherian" -> "CommRings = Rings.Commutative" [style=dotted, kind="classifier_leg", id="arr.clf.ax_noetherian"];
  "ax.PID" -> "IntegralDomains = Domains.Commutative" [style=dotted, kind="classifier_leg", id="arr.clf.ax_pid"];
  "ax.UFD" -> "IntegralDomains = Domains.Commutative" [style=dotted, kind="classifier_leg", id="arr.clf.ax_ufd"];
  "ax.Unital" -> Magmas [style=dotted, kind="classifier_leg", id="arr.clf.ax_unital"];
  "CatObject.Colimits" -> CatObject [style=dotted, kind="classifier_leg", id="arr.clf.catobject_colimits"];
  "CatObject.Coproducts" -> "CatObject.Colimits" [style=dotted, kind="classifier_leg", id="arr.clf.catobject_coproducts"];
  "CatObject.Finite" -> CatObject [style=dotted, kind="classifier_leg", id="arr.clf.catobject_finite"];
  "CatObject.Limits" -> CatObject [style=dotted, kind="classifier_leg", id="arr.clf.catobject_limits"];
  "CatObject.LocallySmall" -> CatObject [style=dotted, kind="classifier_leg", id="arr.clf.catobject_locallysmall"];
  "CatObject.Products" -> "CatObject.Limits" [style=dotted, kind="classifier_leg", id="arr.clf.catobject_products"];
  "CatObject.Thin" -> CatObject [style=dotted, kind="classifier_leg", id="arr.clf.catobject_thin"];
  "Graphs.Directed" -> Graphs [style=dotted, kind="classifier_leg", id="arr.clf.graphs_directed"];
  "∫Bil.Alternating" -> "∫Bil.SkewSymmetric" [style=dotted, kind="classifier_leg", id="arr.clf.int_bil_alternating"];
  "∫Bil_R(W).Finite" -> "∫Bil_R(W)" [style=dotted, kind="classifier_leg", id="arr.clf.int_bil_r_finite"];
  "∫Bil_R(W).Nondegenerate" -> "∫Bil_R(W)" [style=dotted, kind="classifier_leg", id="arr.clf.int_bil_r_nondegenerate"];
  "∫Bil.SkewSymmetric" -> "∫Bil_R(W)" [style=dotted, kind="classifier_leg", id="arr.clf.int_bil_skewsymmetric"];
  "∫Bil.Symmetric" -> "∫Bil_R(W)" [style=dotted, kind="classifier_leg", id="arr.clf.int_bil_symmetric"];
  "∫Hom.Even" -> "∫Hom_R(−,W)" [style=dotted, kind="classifier_leg", id="arr.clf.int_hom_even"];
  "∫Hom.Nondegenerate" -> "∫Hom_R(−,W)" [style=dotted, kind="classifier_leg", id="arr.clf.int_hom_nondegenerate"];
  "∫Hom.Odd" -> "∫Hom_R(−,W)" [style=dotted, kind="classifier_leg", id="arr.clf.int_hom_odd"];
  "∫Hom.Unimodular" -> "∫Hom_R(−,W)" [style=dotted, kind="classifier_leg", id="arr.clf.int_hom_unimodular"];
  "∫Quad_R(W).Nondegenerate" -> "∫Quad_R(W)" [style=dotted, kind="classifier_leg", id="arr.clf.int_quad_r_nondegenerate"];
  "Lat.Definite" -> "Lat_R = ∫Bil_R(R).Symmetric.GenericallyNondegenerate" [style=dotted, kind="classifier_leg", id="arr.clf.lat_definite"];
  "Lat.Hyperbolic" -> "Lat_R = ∫Bil_R(R).Symmetric.GenericallyNondegenerate" [style=dotted, kind="classifier_leg", id="arr.clf.lat_hyperbolic"];
  "Lat.Indefinite" -> "Lat_R = ∫Bil_R(R).Symmetric.GenericallyNondegenerate" [style=dotted, kind="classifier_leg", id="arr.clf.lat_indefinite"];
  "Lat.NegativeDefinite" -> "Lat_R = ∫Bil_R(R).Symmetric.GenericallyNondegenerate" [style=dotted, kind="classifier_leg", id="arr.clf.lat_negativedefinite"];
  "Lat.PositiveDefinite" -> "Lat_R = ∫Bil_R(R).Symmetric.GenericallyNondegenerate" [style=dotted, kind="classifier_leg", id="arr.clf.lat_positivedefinite"];
  "Magmas.Multiplicative" -> Magmas [style=dotted, kind="classifier_leg", id="arr.clf.magmas_multiplicative"];
  "Manifolds.PL" -> Manifolds [style=dotted, kind="classifier_leg", id="arr.clf.manifolds_pl"];
  "Manifolds.Smooth" -> Manifolds [style=dotted, kind="classifier_leg", id="arr.clf.manifolds_smooth"];
  "Modules.OverField" -> "Modules(R)" [style=dotted, kind="classifier_leg", id="arr.clf.modules.over_field"];
  "Modules.WithBasis" -> "Modules(R)" [style=dotted, kind="classifier_leg", id="arr.clf.modules.with_basis"];
  "Modules.FinitelyGenerated" -> "Modules(R)" [style=dotted, kind="classifier_leg", id="arr.clf.modules_finitelygenerated"];
  "Modules.FinitelyPresented" -> "Modules(R)" [style=dotted, kind="classifier_leg", id="arr.clf.modules_finitelypresented"];
  "Modules.FiniteRank" -> "Modules(R)" [style=dotted, kind="classifier_leg", id="arr.clf.modules_finiterank"];
  "Modules.Free" -> "Modules(R)" [style=dotted, kind="classifier_leg", id="arr.clf.modules_free"];
  "Modules.Projective" -> "Modules(R)" [style=dotted, kind="classifier_leg", id="arr.clf.modules_projective"];
  "Modules.Torsion" -> "Modules(R)" [style=dotted, kind="classifier_leg", id="arr.clf.modules_torsion"];
  "Modules.TorsionFree" -> "Modules(R)" [style=dotted, kind="classifier_leg", id="arr.clf.modules_torsionfree"];
  "Modules.WithGenerators" -> "Modules(R)" [style=dotted, kind="classifier_leg", id="arr.clf.modules_withgenerators"];
  "Rings.Commutative" -> Rings [style=dotted, kind="classifier_leg", id="arr.clf.rings_commutative"];
  "Schemes.Affine" -> "Schemes(S)" [style=dotted, kind="classifier_leg", id="arr.clf.schemes_affine"];
  "Schemes.Étale" -> "Schemes(S)" [style=dotted, kind="classifier_leg", id="arr.clf.schemes_etale"];
  "Schemes.Finite" -> "Schemes(S)" [style=dotted, kind="classifier_leg", id="arr.clf.schemes_finite"];
  "Schemes.FiniteType" -> "Schemes(S)" [style=dotted, kind="classifier_leg", id="arr.clf.schemes_finitetype"];
  "Schemes.Flat" -> "Schemes(S)" [style=dotted, kind="classifier_leg", id="arr.clf.schemes_flat"];
  "Schemes.Integral" -> "Schemes(S)" [style=dotted, kind="classifier_leg", id="arr.clf.schemes_integral"];
  "Schemes.LocallyFinitePresentation" -> "Schemes(S)" [style=dotted, kind="classifier_leg", id="arr.clf.schemes_locallyfinitepresentation"];
  "Schemes.Projective" -> "Schemes(S)" [style=dotted, kind="classifier_leg", id="arr.clf.schemes_projective"];
  "Schemes.Proper" -> "Schemes(S)" [style=dotted, kind="classifier_leg", id="arr.clf.schemes_proper"];
  "Schemes.RelativeDimension(n)" -> "Schemes(S)" [style=dotted, kind="classifier_leg", id="arr.clf.schemes_relativedimension"];
  "Schemes(S).RelativeDimension(1)" -> "Schemes(S)" [style=dotted, kind="classifier_leg", id="arr.clf.schemes_s_relativedimension"];
  "Schemes.Separated" -> "Schemes(S)" [style=dotted, kind="classifier_leg", id="arr.clf.schemes_separated"];
  "Schemes.Smooth" -> "Schemes(S)" [style=dotted, kind="classifier_leg", id="arr.clf.schemes_smooth"];
  "Schemes.Unramified" -> "Schemes(S)" [style=dotted, kind="classifier_leg", id="arr.clf.schemes_unramified"];
  "Sets.Finite" -> Sets [style=dotted, kind="classifier_leg", id="arr.clf.sets.finite"];
  "Sets.Graded" -> Sets [style=dotted, kind="classifier_leg", id="arr.clf.sets.graded"];
  "Sets.Countable" -> Sets [style=dotted, kind="classifier_leg", id="arr.clf.sets_countable"];
  "Sets.Infinite" -> Sets [style=dotted, kind="classifier_leg", id="arr.clf.sets_infinite"];
  "Sets.Uncountable" -> Sets [style=dotted, kind="classifier_leg", id="arr.clf.sets_uncountable"];
  "AbelianGroups = Groups.Commutative" -> "Groups = Magmas.Associative.Unital.Inverse" [kind="full_inclusion", id="arr.dot.abeliangroups__groups"];
  "AdditiveAbelianGroups = AdditiveGroups.Commutative" -> "AdditiveGroups = Magmas.Additive.Associative.Unital.Inverse" [kind="full_inclusion", id="arr.dot.additiveabeliangroups__additivegroups"];
  "AdditiveGroups = Magmas.Additive.Associative.Unital.Inverse" -> "AdditiveMonoids = Magmas.Additive.Associative.Unital" [kind="full_inclusion", id="arr.dot.additivegroups__additivemonoids"];
  "AdditiveMonoids = Magmas.Additive.Associative.Unital" -> "AdditiveSemigroups = Magmas.Additive.Associative" [kind="full_inclusion", id="arr.dot.additivemonoids__additivesemigroups"];
  "AdditiveSemigroups = Magmas.Additive.Associative" -> "Magmas.Additive" [kind="full_inclusion", id="arr.dot.additivesemigroups__magmas_additive"];
  AlgebraicSpaces -> "Schemes(S)" [kind="forgetful", id="arr.dot.algebraicspaces__schemes"];
  AlgebraicStacks -> Stacks [kind="forgetful", id="arr.dot.algebraicstacks__stacks"];
  "Algebras(R)" -> Magmas [kind="forgetful", id="arr.dot.algebras__magmas"];
  "AlgebrasOverField = Algebras.OverField" -> "Algebras(R)" [kind="full_inclusion", id="arr.dot.algebrasoverfield__algebras"];
  "AlgebrasOverField = Algebras.OverField" -> "VectorSpaces(K) = Modules.OverField" [kind="full_inclusion", id="arr.dot.algebrasoverfield__vectorspaces"];
  "Arr(−)" -> CatObject [color="#6a1b9a", kind="construction", id="arr.dot.arr__catobject"];
  ArtinStacks -> AlgebraicStacks [kind="forgetful", id="arr.dot.artinstacks__algebraicstacks"];
  "AssociativeAlgebras = Algebras.Associative" -> "Algebras(R)" [kind="full_inclusion", id="arr.dot.associativealgebras__algebras"];
  "Bialgebras(R)" -> "Coalgebras(R)" [kind="forgetful", id="arr.dot.bialgebras__coalgebras"];
  "Bialgebras(R)" -> "UnitalAlgebras = Algebras.Associative.Unital" [kind="forgetful", id="arr.dot.bialgebras__unitalalgebras"];
  Bicategories -> CatObject [kind="forgetful", id="arr.dot.bicategories__catobject"];
  "Bimodules(R,S)" -> "LeftModules(R)" [kind="forgetful", id="arr.dot.bimodules__leftmodules"];
  "Bimodules(R,S)" -> "RightModules(R)" [kind="forgetful", id="arr.dot.bimodules__rightmodules"];
  Cat_1 -> Cat_2 [kind="forgetful", id="arr.dot.cat_1__cat_2"];
  Cat_2 -> Bicategories [kind="forgetful", id="arr.dot.cat_2__bicategories"];
  "ChainComplexes(C)" -> "NonUnitalDGAs = Algebras.Differential" [kind="forgetful", id="arr.dot.chaincomplexes__nonunitaldgas"];
  ChowGroups -> "AbelianGroups = Groups.Commutative" [color="#6a1b9a", kind="construction", id="arr.dot.chowgroups__abeliangroups"];
  "C∞Algebras(R)" -> "CommAlgebras = UnitalAlgebras.Commutative" [kind="forgetful", id="arr.dot.cinftyalgebras__commalgebras"];
  ClassifyingStacks -> QuotientStacks [kind="forgetful", id="arr.dot.classifyingstacks__quotientstacks"];
  "CliffordAlgebras(R)" -> "UnitalAlgebras = Algebras.Associative.Unital" [kind="forgetful", id="arr.dot.cliffordalgebras__unitalalgebras"];
  "CochainComplexes(C)" -> "NonUnitalDGAs = Algebras.Differential" [kind="forgetful", id="arr.dot.cochaincomplexes__nonunitaldgas"];
  "Coh(X)" -> "Mod(O_X)" [kind="forgetful", id="arr.dot.coh__mod"];
  CohomologyRings -> Homology [color="#6a1b9a", kind="construction", id="arr.dot.cohomologyrings__homology"];
  CohomologyRings -> Rings [color="#6a1b9a", kind="construction", id="arr.dot.cohomologyrings__rings"];
  Comma -> CatObject [color="#6a1b9a", kind="construction", id="arr.dot.comma__catobject"];
  "CommAlgebras = UnitalAlgebras.Commutative" -> "CommRings = Rings.Commutative" [kind="full_inclusion", id="arr.dot.commalgebras__commrings"];
  "CommAlgebras = UnitalAlgebras.Commutative" -> "UnitalAlgebras = Algebras.Associative.Unital" [kind="full_inclusion", id="arr.dot.commalgebras__unitalalgebras"];
  "CompleteIntersections(K)" -> "Varieties(K) = Schemes.Integral.Separated.FiniteType" [kind="forgetful", id="arr.dot.completeintersections__varieties"];
  Cones -> TopologicalSpaces [kind="forgetful", id="arr.dot.cones__topologicalspaces"];
  Coslices -> Comma [color="#6a1b9a", kind="construction", id="arr.dot.coslices__comma"];
  "CountableInfiniteSets = Sets.Countable.Infinite" -> "Sets.Countable" [kind="pullback_projection", id="arr.dot.countableinfinitesets__sets_countable"];
  "CountableInfiniteSets = Sets.Countable.Infinite" -> "Sets.Infinite" [kind="pullback_projection", id="arr.dot.countableinfinitesets__sets_infinite"];
  CoxeterGroups -> "Groups = Magmas.Associative.Unital.Inverse" [kind="forgetful", id="arr.dot.coxetergroups__groups"];
  "Curves(K) = Schemes.RelativeDimension(1)" -> "Varieties(K) = Schemes.Integral.Separated.FiniteType" [kind="full_inclusion", id="arr.dot.curves__varieties"];
  Cycles -> "AbelianGroups = Groups.Commutative" [color="#6a1b9a", kind="construction", id="arr.dot.cycles__abeliangroups"];
  DeligneMumfordStacks -> AlgebraicStacks [kind="forgetful", id="arr.dot.delignemumfordstacks__algebraicstacks"];
  DeligneMumfordStacks -> ArtinStacks [kind="forgetful", id="arr.dot.delignemumfordstacks__artinstacks"];
  DeRhamCohomologyRings -> CohomologyRings [color="#6a1b9a", kind="construction", id="arr.dot.derhamcohomologyrings__cohomologyrings"];
  DeRhamComplexes -> "CochainComplexes(C)" [kind="forgetful", id="arr.dot.derhamcomplexes__cochaincomplexes"];
  DeRhamComplexes -> DiffFormModules [color="#6a1b9a", kind="construction", id="arr.dot.derhamcomplexes__diffformmodules"];
  DescentData -> FibredCategories [color="#6a1b9a", kind="construction", id="arr.dot.descentdata__fibredcategories"];
  "DGAs = UnitalAlgebras.Differential" -> "Algebras(R).Graded" [kind="pullback_projection", id="arr.dot.dgas__algebras_graded"];
  "DGAs = UnitalAlgebras.Differential" -> "NonUnitalDGAs = Algebras.Differential" [kind="full_inclusion", id="arr.dot.dgas__nonunitaldgas"];
  "DGAs = UnitalAlgebras.Differential" -> "UnitalAlgebras = Algebras.Associative.Unital" [kind="full_inclusion", id="arr.dot.dgas__unitalalgebras"];
  DiagramCategories -> FunctorCategories [color="#6a1b9a", kind="construction", id="arr.dot.diagramcategories__functorcategories"];
  DiffFormModules -> "Modules(R)" [color="#6a1b9a", kind="construction", id="arr.dot.diffformmodules__modules"];
  DiffFormModules -> "Sets.Graded" [color="#6a1b9a", kind="construction", id="arr.dot.diffformmodules__sets_graded"];
  "DiscBil = ∫Bil.Symmetric.Perfect.Finite" -> "∫Bil_R(W)" [kind="full_inclusion", id="arr.dot.discbil__int_bil_r"];
  "DiscBil = ∫Bil.Symmetric.Perfect.Finite" -> "Sets.Finite" [kind="pullback_projection", id="arr.dot.discbil__sets_finite"];
  "DiscQuad = ∫Quad.Nondegenerate" -> "∫Quad_R(W)" [kind="full_inclusion", id="arr.dot.discquad__int_quad_r"];
  Div -> "AbelianGroups = Groups.Commutative" [color="#6a1b9a", kind="construction", id="arr.dot.div__abeliangroups"];
  "DivisionRings = Rings.Division" -> "Domains = Rings.Domain" [kind="full_inclusion", id="arr.dot.divisionrings__domains"];
  "DivisionRings = Rings.Division" -> Rings [kind="full_inclusion", id="arr.dot.divisionrings__rings"];
  DualObjects -> "TensorProducts = CatObject.Monoidal" [kind="forgetful", id="arr.dot.dualobjects__tensorproducts"];
  "EuclideanDomains = Rings.Commutative.Euclidean" -> "PIDs = Rings.Commutative.PID" [kind="full_inclusion", id="arr.dot.euclideandomains__pids"];
  "ExteriorAlgebras(R)" -> "Algebras(R).Graded" [kind="pullback_projection", id="arr.dot.exterioralgebras__algebras_graded"];
  "ExteriorAlgebras(R)" -> "UnitalAlgebras = Algebras.Associative.Unital" [kind="forgetful", id="arr.dot.exterioralgebras__unitalalgebras"];
  Fans -> Cones [kind="forgetful", id="arr.dot.fans__cones"];
  FibredCategories -> Cat_1 [color="#6a1b9a", kind="construction", id="arr.dot.fibredcategories__cat_1"];
  Fields -> "DivisionRings = Rings.Division" [kind="forgetful", id="arr.dot.fields__divisionrings"];
  Fields -> "EuclideanDomains = Rings.Commutative.Euclidean" [kind="forgetful", id="arr.dot.fields__euclideandomains"];
  "FinitelyGeneratedGroups = Magmas.Associative.Unital.Inverse.FinitelyGenerated" -> "Groups = Magmas.Associative.Unital.Inverse" [kind="full_inclusion", id="arr.dot.finitelygeneratedgroups__groups"];
  "FinitelyGeneratedModules = Modules.FinitelyGenerated" -> "Modules(R)" [kind="full_inclusion", id="arr.dot.finitelygeneratedmodules__modules"];
  "FinitelyPresentedModules = Modules.FinitelyPresented" -> "FinitelyGeneratedModules = Modules.FinitelyGenerated" [kind="full_inclusion", id="arr.dot.finitelypresentedmodules__finitelygeneratedmodules"];
  "FiniteRankModules = Modules.FiniteRank" -> "Modules(R)" [kind="full_inclusion", id="arr.dot.finiterankmodules__modules"];
  "FreeModules = Modules.Free" -> "Modules(R)" [kind="full_inclusion", id="arr.dot.freemodules__modules"];
  "FreeModules = Modules.Free" -> "ProjectiveModules = Modules.Projective" [kind="full_inclusion", id="arr.dot.freemodules__projectivemodules"];
  FunctorCategories -> HomCategories [color="#6a1b9a", kind="construction", id="arr.dot.functorcategories__homcategories"];
  "G-Objects(G)" -> CatObject [kind="forgetful", id="arr.dot.g_objects__catobject"];
  "G-Objects(G)" -> "Groups = Magmas.Associative.Unital.Inverse" [kind="forgetful", id="arr.dot.g_objects__groups"];
  "GCDDomains = Rings.Commutative.GCDDomain" -> "IntegralDomains = Domains.Commutative" [kind="full_inclusion", id="arr.dot.gcddomains__integraldomains"];
  Genera -> "Sets.Finite" [color="#6a1b9a", kind="construction", id="arr.dot.genera__sets_finite"];
  Graphs -> CatObject [kind="forgetful", id="arr.dot.graphs__catobject"];
  GroupoidObjects -> CatObject [color="#6a1b9a", kind="construction", id="arr.dot.groupoidobjects__catobject"];
  GroupoidObjects -> Groupoids [color="#6a1b9a", kind="construction", id="arr.dot.groupoidobjects__groupoids"];
  Groupoids -> Cat_1 [kind="forgetful", id="arr.dot.groupoids__cat_1"];
  HodgeStructures -> "AdditiveAbelianGroups = AdditiveGroups.Commutative" [kind="forgetful", id="arr.dot.hodgestructures__additiveabeliangroups"];
  HomCategories -> CatObject [color="#6a1b9a", kind="construction", id="arr.dot.homcategories__catobject"];
  Homology -> "DGAs = UnitalAlgebras.Differential" [kind="forgetful", id="arr.dot.homology__dgas"];
  Homology -> "Modules(R)" [kind="forgetful", id="arr.dot.homology__modules"];
  Homsets -> HomCategories [kind="forgetful", id="arr.dot.homsets__homcategories"];
  Homsets -> Sets [kind="forgetful", id="arr.dot.homsets__sets"];
  "Hypersurfaces(K)" -> "Varieties(K) = Schemes.Integral.Separated.FiniteType" [kind="forgetful", id="arr.dot.hypersurfaces__varieties"];
  IncidenceCategories -> Cat_1 [kind="forgetful", id="arr.dot.incidencecategories__cat_1"];
  "∫Bil_R(W)" -> "∫Hom_R(−,W)" [kind="forgetful", id="arr.dot.int_bil_r__int_hom_r"];
  "∫Herm_R(W)" -> "∫Hom_R(−,W)" [kind="forgetful", id="arr.dot.int_herm_r__int_hom_r"];
  "∫Hom_R(−,W)" -> "Modules(R)" [kind="forgetful", id="arr.dot.int_hom_r__modules"];
+   "∫Bil_R(W)" -> "Modules(R)" [kind="forgetful", id="arr.dot.int_bil_r__modules"];
  "∫Quad_R(W)" -> "∫Hom_R(−,W)" [kind="forgetful", id="arr.dot.int_quad_r__int_hom_r"];
  "IntegralDomains = Domains.Commutative" -> "CommRings = Rings.Commutative" [kind="full_inclusion", id="arr.dot.integraldomains__commrings"];
  "IntegralDomains = Domains.Commutative" -> "Domains = Rings.Domain" [kind="full_inclusion", id="arr.dot.integraldomains__domains"];
  IsometryGroups -> LatticeHomsets [color="#6a1b9a", kind="construction", id="arr.dot.isometrygroups__latticehomsets"];
  IsometryGroups -> OrthogonalGroups [color="#6a1b9a", kind="construction", id="arr.dot.isometrygroups__orthogonalgroups"];
  IsomorphicObjects -> "Arr(−)" [color="#6a1b9a", kind="construction", id="arr.dot.isomorphicobjects__arr"];
  "Lat_R = ∫Bil_R(R).Symmetric.GenericallyNondegenerate" -> "∫Bil_R(W)" [kind="full_inclusion", id="arr.dot.lat_r__int_bil_r"];
  "Lat_R = ∫Bil_R(R).Symmetric.GenericallyNondegenerate" -> "ProjectiveModules = Modules.Projective" [kind="full_inclusion", id="arr.dot.lat_r__projectivemodules"];
  LatticeHomsets -> Homsets [kind="forgetful", id="arr.dot.latticehomsets__homsets"];
  LatticeHomsets -> "Lat_R = ∫Bil_R(R).Symmetric.GenericallyNondegenerate" [kind="forgetful", id="arr.dot.latticehomsets__lat_r"];
  LatticePolytopes -> Polyhedra [kind="forgetful", id="arr.dot.latticepolytopes__polyhedra"];
  LocallyRingedSpaces -> RingedSpaces [kind="forgetful", id="arr.dot.locallyringedspaces__ringedspaces"];
  Manifolds -> RingedSpaces [kind="forgetful", id="arr.dot.manifolds__ringedspaces"];
  Manifolds -> TopologicalSpaces [kind="forgetful", id="arr.dot.manifolds__topologicalspaces"];
  "Manifolds.Smooth" -> "Varieties(K) = Schemes.Integral.Separated.FiniteType" [color="#6a1b9a", kind="construction", id="arr.dot.manifolds_smooth__varieties"];
  MetricSpaces -> TopologicalSpaces [kind="forgetful", id="arr.dot.metricspaces__topologicalspaces"];
  "Mod(O_X)" -> "Modules(R)" [kind="forgetful", id="arr.dot.mod__modules"];
  "Mod(O_X)" -> RingedSites [kind="forgetful", id="arr.dot.mod__ringedsites"];
  "Mod(O_X)" -> RingedSpaces [kind="forgetful", id="arr.dot.mod__ringedspaces"];
  "Modules(R)" -> "AdditiveAbelianGroups = AdditiveGroups.Commutative" [kind="forgetful", id="arr.dot.modules__additiveabeliangroups"];
  "ModulesWithBasis = Bimodules(R,R).WithBasis" -> "FreeModules = Modules.Free" [kind="full_inclusion", id="arr.dot.moduleswithbasis__freemodules"];
  "ModulesWithGenerators = Modules.WithGenerators" -> "Modules(R)" [kind="full_inclusion", id="arr.dot.moduleswithgenerators__modules"];
  "NoetherianCommRings = Rings.Commutative.Noetherian" -> "CommRings = Rings.Commutative" [kind="full_inclusion", id="arr.dot.noetheriancommrings__commrings"];
  "NonUnitalDGAs = Algebras.Differential" -> "Algebras(R)" [kind="full_inclusion", id="arr.dot.nonunitaldgas__algebras"];
  "NonUnitalDGAs = Algebras.Differential" -> "Algebras(R).Graded" [kind="pullback_projection", id="arr.dot.nonunitaldgas__algebras_graded"];
  NS -> "AbelianGroups = Groups.Commutative" [color="#6a1b9a", kind="construction", id="arr.dot.ns__abeliangroups"];
  NS -> "Lat_R = ∫Bil_R(R).Symmetric.GenericallyNondegenerate" [color="#6a1b9a", kind="construction", id="arr.dot.ns__lat_r"];
  "(−)^op" -> CatObject [color="#6a1b9a", kind="construction", id="arr.dot.op__catobject"];
  OrthogonalGroups -> "Groups = Magmas.Associative.Unital.Inverse" [color="#6a1b9a", kind="construction", id="arr.dot.orthogonalgroups__groups"];
  OrthogonalGroups -> "∫Bil_R(W)" [color="#6a1b9a", kind="construction", id="arr.dot.orthogonalgroups__int_bil_r"];
  Pic -> "AbelianGroups = Groups.Commutative" [color="#6a1b9a", kind="construction", id="arr.dot.pic__abeliangroups"];
  "PIDs = Rings.Commutative.PID" -> "UFDs = Rings.Commutative.UFD" [kind="full_inclusion", id="arr.dot.pids__ufds"];
  Polyhedra -> TopologicalSpaces [kind="forgetful", id="arr.dot.polyhedra__topologicalspaces"];
  Posets -> "CatObject.Thin" [kind="pullback_projection", id="arr.dot.posets__catobject_thin"];
  Presheaves -> FunctorCategories [kind="forgetful", id="arr.dot.presheaves__functorcategories"];
  Prestacks -> FibredCategories [kind="forgetful", id="arr.dot.prestacks__fibredcategories"];
  "ProjectiveModules = Modules.Projective" -> "Modules(R)" [kind="full_inclusion", id="arr.dot.projectivemodules__modules"];
  "QCoh(X)" -> "Mod(O_X)" [kind="forgetful", id="arr.dot.qcoh__mod"];
  Quotients -> Coslices [color="#6a1b9a", kind="construction", id="arr.dot.quotients__coslices"];
  QuotientStacks -> AlgebraicStacks [kind="forgetful", id="arr.dot.quotientstacks__algebraicstacks"];
  QuotientStacks -> "G-Objects(G)" [kind="forgetful", id="arr.dot.quotientstacks__g_objects"];
  QuotientStacks -> GroupoidObjects [kind="forgetful", id="arr.dot.quotientstacks__groupoidobjects"];
  ReflectionGroups -> "Groups = Magmas.Associative.Unital.Inverse" [kind="forgetful", id="arr.dot.reflectiongroups__groups"];
  "RightModules(R)" -> "AdditiveAbelianGroups = AdditiveGroups.Commutative" [kind="forgetful", id="arr.dot.rightmodules__additiveabeliangroups"];
  RingedSites -> Sites [kind="forgetful", id="arr.dot.ringedsites__sites"];
  RingedSpaces -> TopologicalSpaces [kind="forgetful", id="arr.dot.ringedspaces__topologicalspaces"];
  RingedTopoi -> Topoi [kind="forgetful", id="arr.dot.ringedtopoi__topoi"];
  Rings -> Rngs [kind="forgetful", id="arr.dot.rings__rngs"];
  Rings -> Semirings [kind="forgetful", id="arr.dot.rings__semirings"];
  Rngs -> "AdditiveAbelianGroups = AdditiveGroups.Commutative" [kind="forgetful", id="arr.dot.rngs__additiveabeliangroups"];
  Rngs -> "Semigroups = Magmas.Associative" [kind="forgetful", id="arr.dot.rngs__semigroups"];
  RootLattices -> "Lat_R = ∫Bil_R(R).Symmetric.GenericallyNondegenerate" [kind="forgetful", id="arr.dot.rootlattices__lat_r"];
  RootSystems -> Cones [kind="forgetful", id="arr.dot.rootsystems__cones"];
  "Schemes(S)" -> AlgebraicStacks [kind="forgetful", id="arr.dot.schemes__algebraicstacks"];
  "Schemes(S)" -> LocallyRingedSpaces [kind="forgetful", id="arr.dot.schemes__locallyringedspaces"];
  Semirings -> "AdditiveMonoids = Magmas.Additive.Associative.Unital" [kind="forgetful", id="arr.dot.semirings__additivemonoids"];
  Semirings -> "Monoids = Magmas.Associative.Unital" [kind="forgetful", id="arr.dot.semirings__monoids"];
  Sheaves -> Presheaves [kind="full_inclusion", id="arr.dot.sheaves__presheaves"];
  Sites -> Cat_1 [kind="forgetful", id="arr.dot.sites__cat_1"];
  Slices -> Comma [color="#6a1b9a", kind="construction", id="arr.dot.slices__comma"];
  SpecializationPosets -> Posets [kind="forgetful", id="arr.dot.specializationposets__posets"];
  StableGraphs -> Graphs [kind="forgetful", id="arr.dot.stablegraphs__graphs"];
  StableGraphs -> StratifiedSpaces [kind="forgetful", id="arr.dot.stablegraphs__stratifiedspaces"];
  Stacks -> Prestacks [kind="full_inclusion", id="arr.dot.stacks__prestacks"];
  StratifiedSpaces -> DeligneMumfordStacks [kind="forgetful", id="arr.dot.stratifiedspaces__delignemumfordstacks"];
  StratifiedSpaces -> SpecializationPosets [color="#6a1b9a", kind="construction", id="arr.dot.stratifiedspaces__specializationposets"];
  StratifiedSpaces -> TopologicalSpaces [kind="forgetful", id="arr.dot.stratifiedspaces__topologicalspaces"];
  Subobjects -> Slices [color="#6a1b9a", kind="construction", id="arr.dot.subobjects__slices"];
  Subquotients -> Quotients [color="#6a1b9a", kind="construction", id="arr.dot.subquotients__quotients"];
  Subquotients -> Subobjects [color="#6a1b9a", kind="construction", id="arr.dot.subquotients__subobjects"];
  "Surfaces(K) = Schemes.RelativeDimension(2)" -> "Varieties(K) = Schemes.Integral.Separated.FiniteType" [kind="full_inclusion", id="arr.dot.surfaces__varieties"];
  "SymmetricAlgebras(R)" -> "CommAlgebras = UnitalAlgebras.Commutative" [kind="forgetful", id="arr.dot.symmetricalgebras__commalgebras"];
  "TensorAlgebras(R)" -> "UnitalAlgebras = Algebras.Associative.Unital" [kind="forgetful", id="arr.dot.tensoralgebras__unitalalgebras"];
  TensorFieldModules -> "C∞Algebras(R)" [color="#6a1b9a", kind="construction", id="arr.dot.tensorfieldmodules__cinftyalgebras"];
  TensorFieldModules -> "Modules(R)" [color="#6a1b9a", kind="construction", id="arr.dot.tensorfieldmodules__modules"];
  "TensorProducts = CatObject.Monoidal" -> CatObject [kind="full_inclusion", id="arr.dot.tensorproducts__catobject"];
  Topoi -> Sheaves [kind="forgetful", id="arr.dot.topoi__sheaves"];
  TopologicalSpaces -> Sets [kind="forgetful", id="arr.dot.topologicalspaces__sets"];
  "ToricVarieties(K)" -> "Varieties(K) = Schemes.Integral.Separated.FiniteType" [kind="forgetful", id="arr.dot.toricvarieties__varieties"];
  Torsors -> "G-Objects(G)" [color="#6a1b9a", kind="construction", id="arr.dot.torsors__g_objects"];
  "UFDs = Rings.Commutative.UFD" -> "GCDDomains = Rings.Commutative.GCDDomain" [kind="full_inclusion", id="arr.dot.ufds__gcddomains"];
  "UnitalAlgebras = Algebras.Associative.Unital" -> "AssociativeAlgebras = Algebras.Associative" [kind="full_inclusion", id="arr.dot.unitalalgebras__associativealgebras"];
  "Varieties(K) = Schemes.Integral.Separated.FiniteType" -> "Schemes(S)" [kind="full_inclusion", id="arr.dot.varieties__schemes"];
  VectorFieldModules -> "C∞Algebras(R)" [color="#6a1b9a", kind="construction", id="arr.dot.vectorfieldmodules__cinftyalgebras"];
  VectorFieldModules -> "Modules(R)" [color="#6a1b9a", kind="construction", id="arr.dot.vectorfieldmodules__modules"];
  "VectorSpaces(K) = Modules.OverField" -> "Modules(R)" [kind="full_inclusion", id="arr.dot.vectorspaces__modules"];
  "VectorSpacesWithBasis = VectorSpaces.WithBasis" -> "ModulesWithBasis = Bimodules(R,R).WithBasis" [kind="full_inclusion", id="arr.dot.vectorspaceswithbasis__moduleswithbasis"];
  "VectorSpacesWithBasis = VectorSpaces.WithBasis" -> "VectorSpaces(K) = Modules.OverField" [kind="full_inclusion", id="arr.dot.vectorspaceswithbasis__vectorspaces"];
  WeylGroups -> ReflectionGroups [kind="forgetful", id="arr.dot.weylgroups__reflectiongroups"];
  Magmas -> Sets [kind="forgetful", id="arr.fun.magmas_to_sets"];
  Sets -> CatObject [kind="forgetful", id="arr.fun.sets_to_cat_object"];
  Fields -> Rings [kind="full_inclusion", id="arr.incl.fields_to_rings"];
  "Groups = Magmas.Associative.Unital.Inverse" -> "Monoids = Magmas.Associative.Unital" [kind="full_inclusion", id="arr.incl.groups_to_monoids"];
  "Monoids = Magmas.Associative.Unital" -> "Semigroups = Magmas.Associative" [kind="full_inclusion", id="arr.incl.monoids_to_semigroups"];
  "Semigroups = Magmas.Associative" -> Magmas [kind="full_inclusion", id="arr.incl.semigroups_to_magmas"];
  WeylGroups -> CoxeterGroups [kind="full_inclusion", id="arr.incl.weyl_to_coxeter"];
  "Algebras(R)" -> Rings [style=dashed,color="#e65100", kind="parameter_dependency", id="arr.param.algebras_r_base_ring"];
  "Modules(R)" -> Rings [style=dashed,color="#e65100", kind="parameter_dependency", id="arr.param.modules_r_base_ring"];
  "VectorSpaces(K) = Modules.OverField" -> Fields [style=dashed,color="#e65100", kind="parameter_dependency", id="arr.param.vector_spaces_field"];
  "CommRings = Rings.Commutative" -> Rings [kind="pullback_projection", id="arr.pb.comm_rings_to_rings"];
  "FiniteFields = Fields.Finite" -> Fields [kind="pullback_projection", id="arr.pb.finite_fields_to_fields"];
  "FiniteFields = Fields.Finite" -> "Sets.Finite" [kind="pullback_projection", id="arr.pb.finite_fields_to_sets_finite"];
  "FiniteRings = Rings.Finite" -> Rings [kind="pullback_projection", id="arr.pb.finite_rings_to_rings"];
  "FiniteRings = Rings.Finite" -> "Sets.Finite" [kind="pullback_projection", id="arr.pb.finite_rings_to_sets_finite"];
  "Lat.Hyperbolic" -> "Lat.Indefinite" [style=dashed, kind="theorem_inclusion", id="arr.thm.lat_hyperbolic_implies_indefinite"];
  "Lat.NegativeDefinite" -> "Lat.Definite" [style=dashed, kind="theorem_inclusion", id="arr.thm.lat_negative_definite"];
  "Lat.PositiveDefinite" -> "Lat.Definite" [style=dashed, kind="theorem_inclusion", id="arr.thm.lat_positive_definite"];
  "Sets.Finite" -> "Sets.Countable" [style=dashed, kind="theorem_inclusion", id="arr.thm.sets_finite_implies_countable"];
  "Sets.Uncountable" -> "Sets.Infinite" [style=dashed, kind="theorem_inclusion", id="arr.thm.sets_uncountable_implies_infinite"];
  "AdditiveGroups = Magmas.Additive.Associative.Unital.Inverse" -> "Magmas.Additive" [kind="forgetful", id="fun.additive_groups_to_additive_magmas"];
  "Algebras(R)" -> "Modules(R)" [kind="forgetful", id="fun.algebras_to_modules"];
  "Algebras(R)" -> Sets [kind="forgetful", id="fun.algebras_to_sets"];
  "Bialgebras(R)" -> "Algebras(R)" [kind="forgetful", id="fun.bialgebras_to_algebras"];
  "Coalgebras(R)" -> "Modules(R)" [kind="forgetful", id="fun.coalgebras_to_modules"];
  "Domains = Rings.Domain" -> Rings [kind="full_inclusion", id="fun.domains_to_rings"];
  Fields -> Sets [kind="forgetful", id="fun.fields_to_sets"];
  "Groups = Magmas.Associative.Unital.Inverse" -> Magmas [kind="forgetful", id="fun.groups_to_magmas"];
  "HopfAlgebras(R)" -> "Bialgebras(R)" [kind="forgetful", id="fun.hopf_to_bialgebras"];
  "IntegralDomains = Domains.Commutative" -> Fields [kind="forgetful", id="fun.integral_domains_to_fields"];
  "LieAlgebras(R)" -> "Algebras(R)" [kind="forgetful", id="fun.lie_to_algebras"];
  Manifolds -> Sets [kind="forgetful", id="fun.manifolds_to_sets"];
  MetricSpaces -> Sets [kind="forgetful", id="fun.metricspaces_to_sets"];
  "Modules(R)" -> Sets [kind="forgetful", id="fun.modules_to_sets"];
  Posets -> Sets [kind="forgetful", id="fun.posets_to_sets"];
  Rings -> Magmas [kind="forgetful", id="fun.rings_to_multiplicative_magmas"];
  Rings -> Sets [kind="forgetful", id="fun.rings_to_sets"];
  "UnitalAlgebras = Algebras.Associative.Unital" -> Magmas [kind="forgetful", id="fun.unital_algebras_to_magmas"];
  "Magmas.Additive" -> Magmas [kind="full_inclusion", id="arr.incl.additive_magmas_to_magmas"];
  "AdditiveGroups = Magmas.Additive.Associative.Unital.Inverse" -> Magmas [kind="forgetful", id="fun.additive_groups_to_magmas"];
  "Bimodules(R,R)" -> "Bimodules(R,S)" [kind="full_inclusion", id="arr.dot.bimodulesdiagonal__bimodules"];
  "Algebras(R)" -> "Bimodules(R,R)" [kind="forgetful", id="fun.algebras_to_bimodules"];
  "Bimodules(K,K) = Bimodules(R,R).OverField" -> "Bimodules(R,R)" [kind="full_inclusion", id="arr.dot.bimodulesfield__bimodulesdiagonal"];
  "VectorSpaces(K) = Modules.OverField" -> "Bimodules(K,K) = Bimodules(R,R).OverField" [kind="full_inclusion", id="fun.vectorspaces_central_section"];
  "AlgebrasOverField = Algebras.OverField" -> "Bimodules(K,K) = Bimodules(R,R).OverField" [kind="forgetful", id="fun.algebras_over_field_to_bimodules"];
  Sets -> "Monoids = Magmas.Associative.Unital" [kind="left_adjoint", id="fun.free.monoid"];
  Sets -> "Groups = Magmas.Associative.Unital.Inverse" [kind="left_adjoint", id="fun.free.group"];
  Sets -> "AdditiveAbelianGroups = AdditiveGroups.Commutative" [kind="left_adjoint", id="fun.free.abelian_group"];
  Sets -> "Modules(R)" [kind="left_adjoint", id="fun.free.module_r"];
  "Modules(R)" -> "UnitalAlgebras = Algebras.Associative.Unital" [kind="left_adjoint", id="fun.tensor_algebra"];
  Sets -> "UnitalAlgebras = Algebras.Associative.Unital" [kind="left_adjoint", id="fun.free.associative_algebra_set"];
  "Modules(R)" -> "CommAlgebras = UnitalAlgebras.Commutative" [kind="left_adjoint", id="fun.symmetric_algebra"];
  Sets -> "CommAlgebras = UnitalAlgebras.Commutative" [kind="left_adjoint", id="fun.free.commutative_algebra_set"];
  "Monoids = Magmas.Associative.Unital" -> "Bialgebras(R)" [kind="left_adjoint", id="fun.monoid_algebra"];
  "Groups = Magmas.Associative.Unital.Inverse" -> "HopfAlgebras(R)" [kind="left_adjoint", id="fun.group_algebra"];
  "Bialgebras(R)" -> "Monoids = Magmas.Associative.Unital" [kind="right_adjoint", id="fun.grouplike_elements"];
  "HopfAlgebras(R)" -> "Groups = Magmas.Associative.Unital.Inverse" [kind="right_adjoint", id="fun.grouplike_elements_hopf"];
  "BiAct(R,S)" -> "Modules(R)" [kind="pullback_projection", id="arr.proj.biact__modules"];
  "BiAct(R,S)" -> "RightModules(R)" [kind="pullback_projection", id="arr.proj.biact__rightmodules"];
  "Bimodules(R,S)" -> "BiAct(R,S)" [style=dotted, kind="classifier_leg", id="arr.clf.biact.commutation"];
  "BasisFrame_n(R)" -> "GenFrame_n(R)" [kind="full_inclusion", id="arr.frame.basisframe__genframe"];
  "BasisFrame_n(R)" -> "Coord_n(R)" [kind="forgetful", id="arr.frame.basisframe__coord"];
  "GenFrame_n(R)" -> "Modules(R)" [kind="forgetful", id="arr.frame.genframe__modules"];
  "Coord_n(R)" -> "Modules(R)" [kind="forgetful", id="arr.frame.coord__modules"];
  "SymMat_n(R)" -> "Bil^coord_n(R) = Bil x^h_{R-Mod} Coord_n(R)" [color="#6a1b9a", kind="construction", id="fun.gram_n"];
  "Bil^coord_n(R) = Bil x^h_{R-Mod} Coord_n(R)" -> "∫Bil_R(W)" [kind="pullback_projection", id="arr.proj.bil_coord__int_bil"];
  "Bil^coord_n(R) = Bil x^h_{R-Mod} Coord_n(R)" -> "Coord_n(R)" [kind="pullback_projection", id="arr.proj.bil_coord__coord"];
  EmbeddedRootRealizations -> RootBasis_Gamma [kind="forgetful", id="arr.root.embedded__rootbasis_gamma"];
  RootBasis_Gamma -> RootBasis_S [kind="full_inclusion", id="arr.root.rootbasis_gamma__rootbasis_s"];
  RootBasis_S -> RootFrame_S [kind="full_inclusion", id="arr.root.rootbasis_s__rootframe_s"];
  RootFrame_S -> "Lat_R = ∫Bil_R(R).Symmetric.GenericallyNondegenerate" [kind="forgetful", id="arr.root.rootframe_s__lat"];
  "CatObject.Preadditive" -> CatObject [style=dotted, kind="classifier_leg", id="arr.clf.catobject_preadditive"];
  "CatObject.Additive" -> CatObject [style=dotted, kind="classifier_leg", id="arr.clf.catobject_additive"];
  "CatObject.Abelian" -> CatObject [style=dotted, kind="classifier_leg", id="arr.clf.catobject_abelian"];
  Presheaves -> Sheaves [kind="left_adjoint", id="fun.sheafification"];
  Prestacks -> Stacks [kind="left_adjoint", id="fun.stackification"];
  "Alg_O(V)" -> AdmissibleOperadicAmbients [kind="right_adjoint", id="fun.operadic_forgetful"];
  AdmissibleOperadicAmbients -> "Alg_O(V)" [kind="left_adjoint", id="fun.free_operadic_algebra"];
  "Adj(−)" -> "Arr(−)" [kind="forgetful", id="arr.adj.ev_f"];
  "Pres(−)" -> "Arr(−)" [kind="pullback_projection", id="arr.pres.projection"];
  "∫Bil.RadicalFree" -> "∫Bil_R(W)" [style=dotted, kind="classifier_leg", id="arr.clf.int_bil_r.radical_free"];
  "∫Bil.Perfect" -> "∫Bil_R(W)" [style=dotted, kind="classifier_leg", id="arr.clf.int_bil_r.perfect"];
  "∫Bil.GenericallyNondegenerate" -> "∫Bil_R(W)" [style=dotted, kind="classifier_leg", id="arr.clf.int_bil_r.generically_nondegenerate"];
  Overlattices -> "Lat_R = ∫Bil_R(R).Symmetric.GenericallyNondegenerate" [kind="forgetful", id="arr.overlattices__lat"];
  IsotropicSubgroups -> "DiscQuad = ∫Quad.Nondegenerate" [kind="forgetful", id="arr.isotropicsubgroups__discquad"];
  ModuliProblems -> Prestacks [dir=both, kind="equivalence", id="arr.alias.moduli_problems"];
  "FineModuli = ModuliProblems.Representable" -> ModuliProblems [kind="full_inclusion", id="arr.fine_moduli__moduli"];
}
